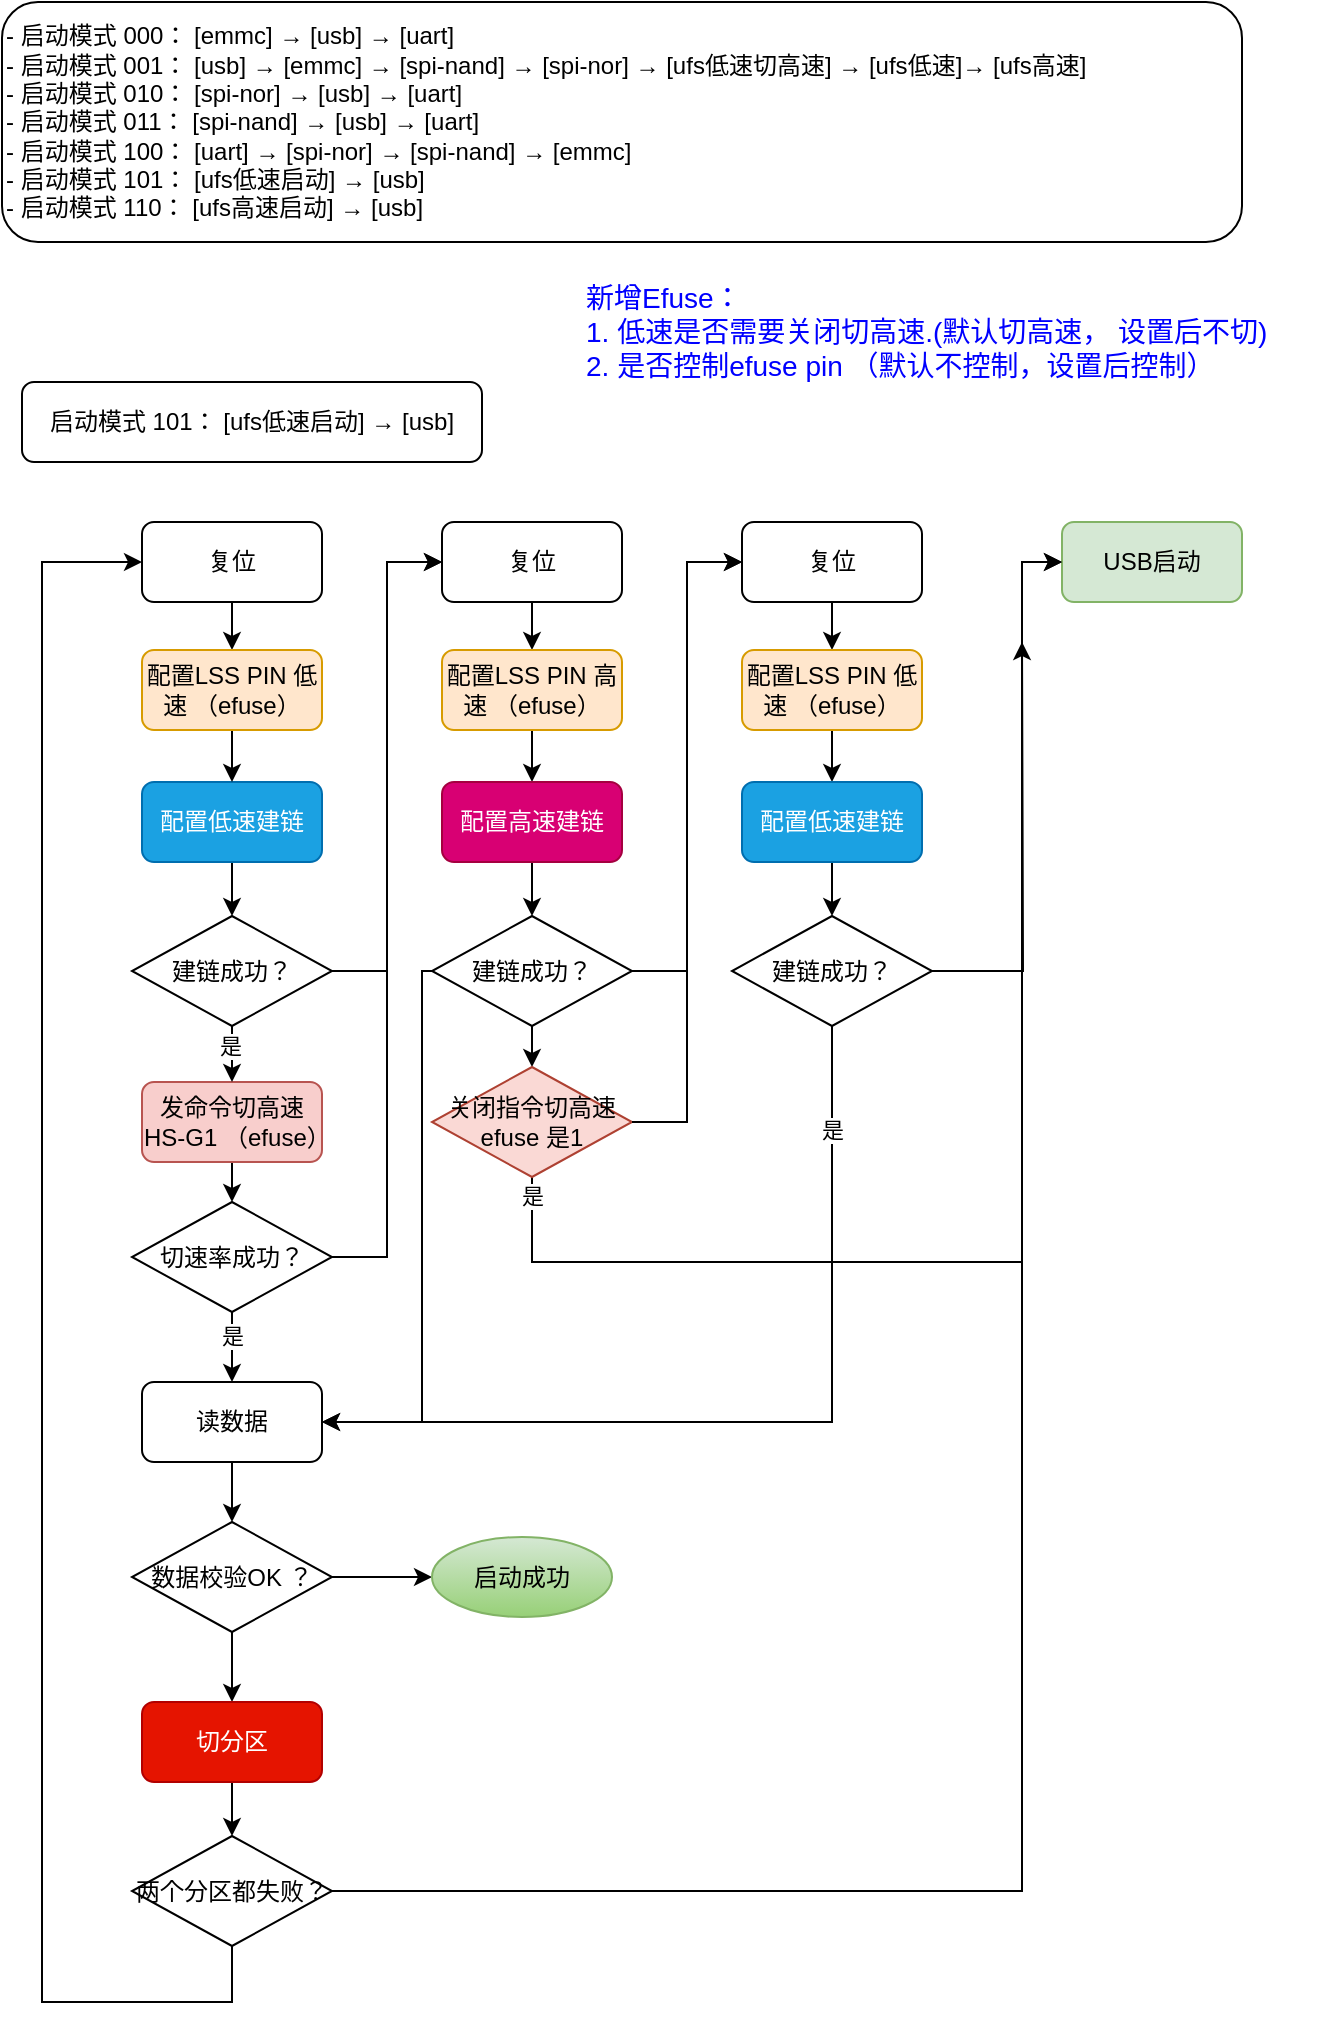
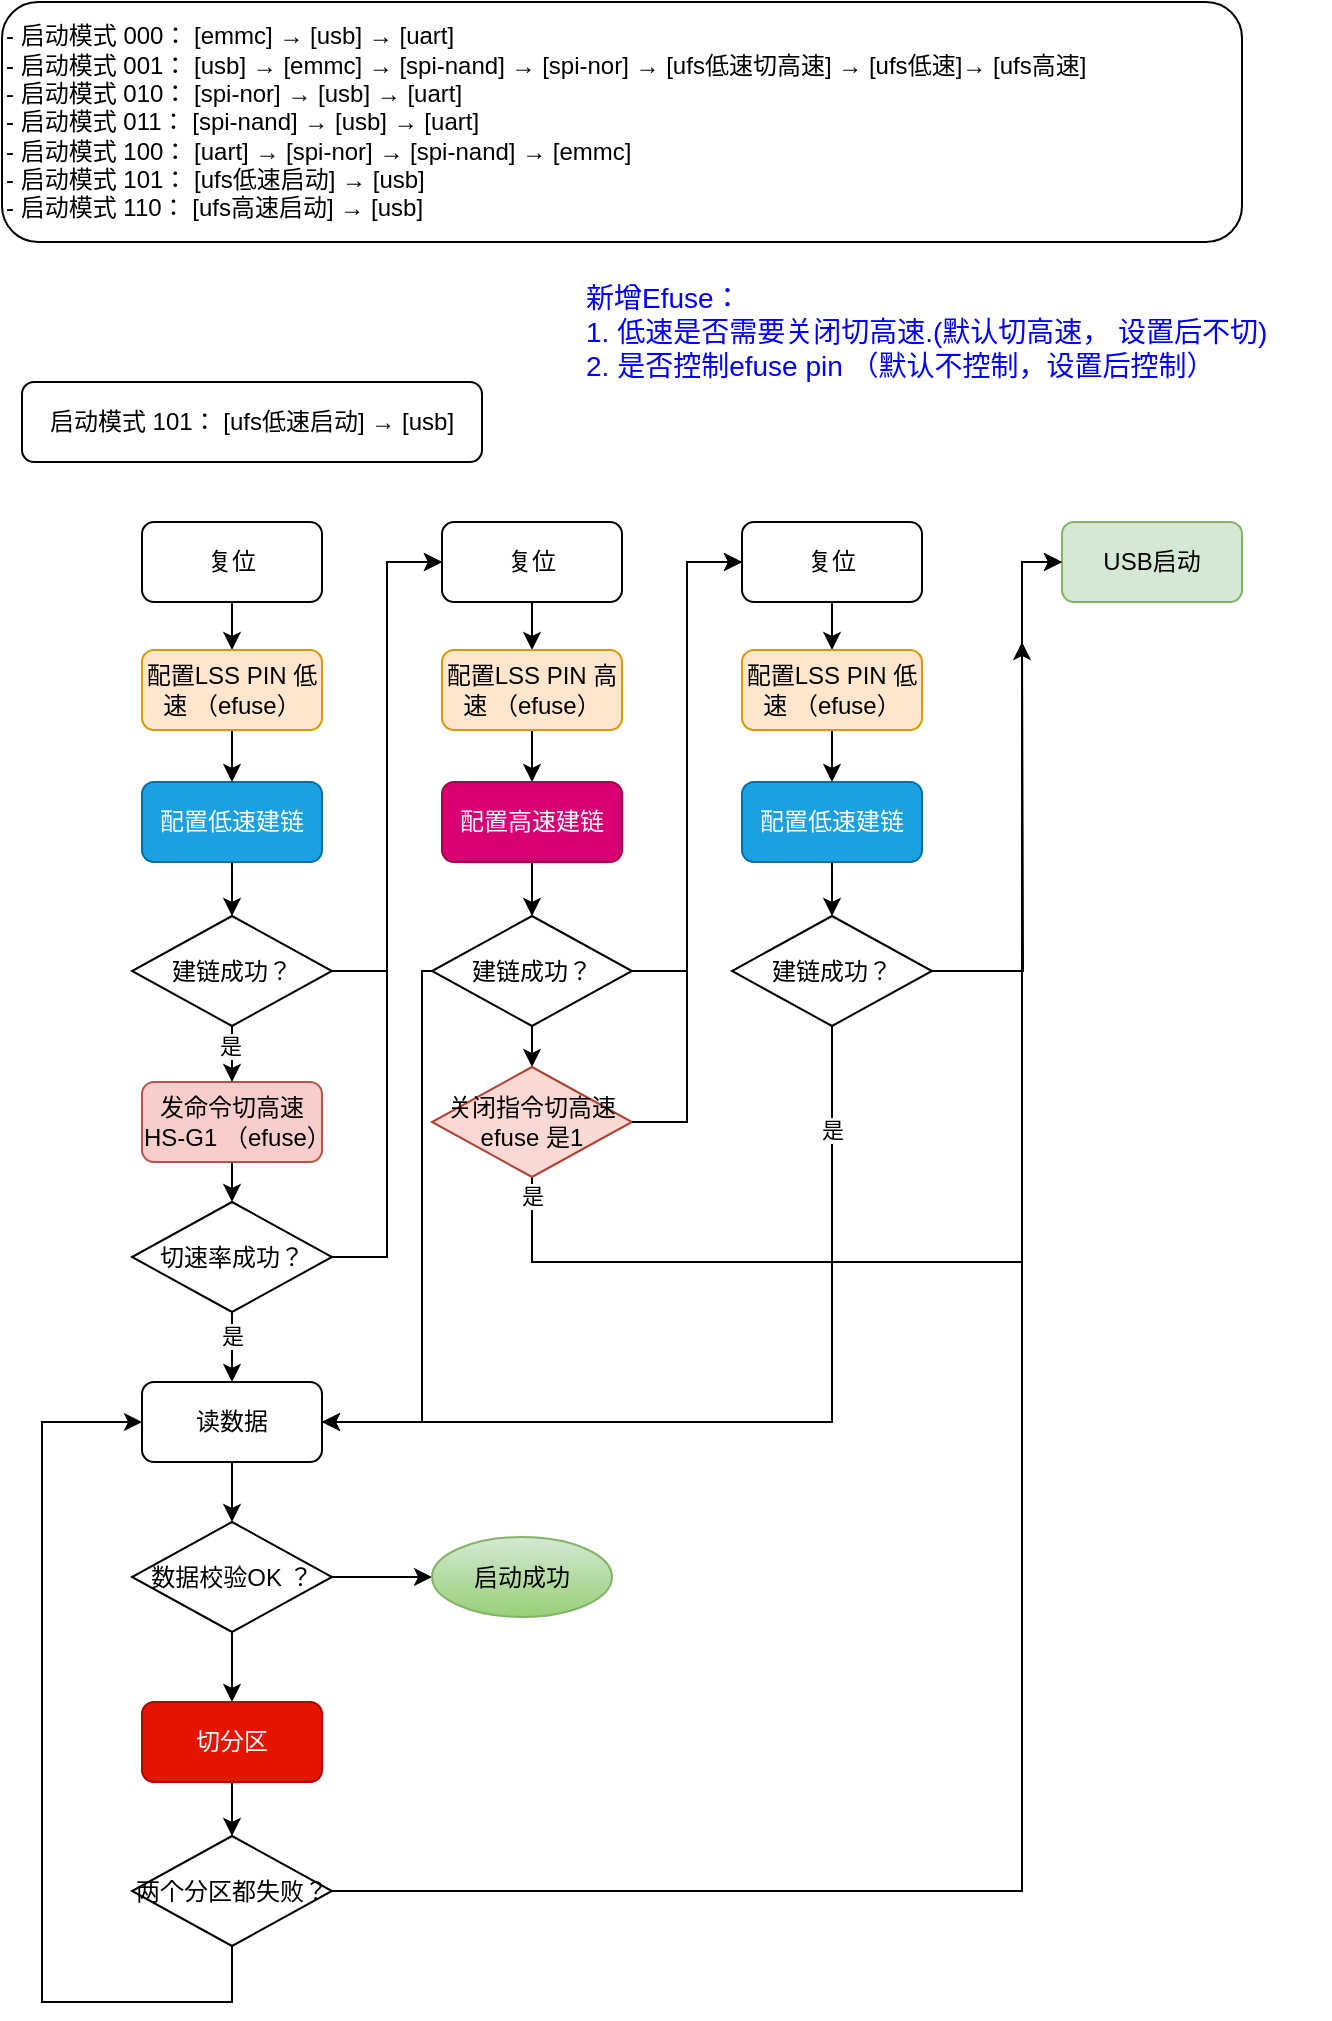
<mxfile host="app.diagrams.net" pages="3">
  <diagram name="第 1 页" id="G7MmgVwn_JN6exUAJ0xq">
-     <mxGraphModel dx="1082" dy="561" grid="1" gridSize="10" guides="1" tooltips="1" connect="1" arrows="1" fold="1" page="1" pageScale="1" pageWidth="827" pageHeight="1169" math="0" shadow="0">
+     <mxGraphModel dx="1306" dy="677" grid="1" gridSize="10" guides="1" tooltips="1" connect="1" arrows="1" fold="1" page="1" pageScale="1" pageWidth="827" pageHeight="1169" math="0" shadow="0">
      <root>
        <mxCell id="0" />
        <mxCell id="1" parent="0" />
        <mxCell id="rA-qTAb89klGYPX6EJBB-1" parent="1" style="rounded=1;whiteSpace=wrap;html=1;align=left;" value="&lt;div&gt;-&amp;nbsp;&lt;span style=&quot;background-color: transparent; color: light-dark(rgb(0, 0, 0), rgb(255, 255, 255));&quot;&gt;启动模式&amp;nbsp;&lt;/span&gt;&lt;span style=&quot;background-color: transparent; color: light-dark(rgb(0, 0, 0), rgb(255, 255, 255));&quot;&gt;000： [emmc] → [usb] → [uart]&lt;/span&gt;&lt;/div&gt;&lt;div&gt;- 启动模式 001： [usb] → [emmc] → [spi-nand] → [spi-nor]&amp;nbsp;&lt;span style=&quot;background-color: transparent; color: light-dark(rgb(0, 0, 0), rgb(255, 255, 255));&quot;&gt;→ [ufs低速切高速]&amp;nbsp;&lt;/span&gt;&lt;span style=&quot;background-color: transparent; color: light-dark(rgb(0, 0, 0), rgb(255, 255, 255));&quot;&gt;→ [ufs&lt;/span&gt;低&lt;span style=&quot;background-color: transparent; color: light-dark(rgb(0, 0, 0), rgb(255, 255, 255));&quot;&gt;速]&lt;/span&gt;&lt;span style=&quot;background-color: transparent; color: light-dark(rgb(0, 0, 0), rgb(255, 255, 255));&quot;&gt;→ [ufs高速]&lt;/span&gt;&lt;span style=&quot;background-color: transparent; color: light-dark(rgb(0, 0, 0), rgb(255, 255, 255));&quot;&gt;&amp;nbsp;&lt;/span&gt;&lt;/div&gt;&lt;div&gt;- 启动模式 010： [spi-nor] → [usb] → [uart]&lt;/div&gt;&lt;div&gt;- 启动模式 011： [spi-nand] → [usb] → [uart]&lt;/div&gt;&lt;div&gt;- 启动模式 100： [uart] → [spi-nor] → [spi-nand] → [emmc]&lt;/div&gt;&lt;div&gt;- 启动模式 101： [ufs低速启动] &lt;span style=&quot;background-color: transparent; color: light-dark(rgb(0, 0, 0), rgb(255, 255, 255));&quot;&gt;→&amp;nbsp;&lt;/span&gt;&lt;span style=&quot;background-color: transparent; color: light-dark(rgb(0, 0, 0), rgb(255, 255, 255));&quot;&gt;[usb]&lt;/span&gt;&lt;/div&gt;&lt;div&gt;- 启动模式 110：&amp;nbsp;&lt;span style=&quot;background-color: transparent; color: light-dark(rgb(0, 0, 0), rgb(255, 255, 255));&quot;&gt;[ufs高速启动]&lt;/span&gt;&lt;span style=&quot;background-color: transparent; color: light-dark(rgb(0, 0, 0), rgb(255, 255, 255));&quot;&gt; &lt;/span&gt;&lt;span style=&quot;background-color: transparent; color: light-dark(rgb(0, 0, 0), rgb(255, 255, 255));&quot;&gt;→ &lt;/span&gt;&lt;span style=&quot;background-color: transparent; color: light-dark(rgb(0, 0, 0), rgb(255, 255, 255));&quot;&gt;[usb]&lt;/span&gt;&lt;/div&gt;" vertex="1">
          <mxGeometry height="120" width="620" x="90" y="60" as="geometry" />
        </mxCell>
        <mxCell id="NB0EyB8uGB_RDp4CUSld-2" parent="1" style="text;html=1;whiteSpace=wrap;strokeColor=none;fillColor=none;align=left;verticalAlign=middle;rounded=0;fontColor=#0000FF;fontSize=14;" value="新增Efuse：&lt;div&gt;1. 低速是否需要关闭切高速.(默认切高速， 设置后不切)&lt;/div&gt;&lt;div&gt;2. 是否控制efuse pin （默认不控制，设置后控制）&lt;/div&gt;" vertex="1">
          <mxGeometry height="50" width="374" x="380" y="200" as="geometry" />
        </mxCell>
        <mxCell id="NB0EyB8uGB_RDp4CUSld-23" edge="1" parent="1" source="NB0EyB8uGB_RDp4CUSld-5" style="edgeStyle=orthogonalEdgeStyle;rounded=0;orthogonalLoop=1;jettySize=auto;html=1;exitX=0.5;exitY=1;exitDx=0;exitDy=0;entryX=0.5;entryY=0;entryDx=0;entryDy=0;" target="NB0EyB8uGB_RDp4CUSld-7">
          <mxGeometry relative="1" as="geometry" />
        </mxCell>
        <mxCell id="NB0EyB8uGB_RDp4CUSld-5" parent="1" style="rounded=1;whiteSpace=wrap;html=1;" value="复位" vertex="1">
          <mxGeometry height="40" width="90" x="160" y="320" as="geometry" />
        </mxCell>
        <mxCell id="NB0EyB8uGB_RDp4CUSld-25" edge="1" parent="1" source="NB0EyB8uGB_RDp4CUSld-6" style="edgeStyle=orthogonalEdgeStyle;rounded=0;orthogonalLoop=1;jettySize=auto;html=1;exitX=0.5;exitY=1;exitDx=0;exitDy=0;entryX=0.5;entryY=0;entryDx=0;entryDy=0;" target="NB0EyB8uGB_RDp4CUSld-9">
          <mxGeometry relative="1" as="geometry" />
        </mxCell>
        <mxCell id="NB0EyB8uGB_RDp4CUSld-6" parent="1" style="rounded=1;whiteSpace=wrap;html=1;fillColor=#1ba1e2;fontColor=#ffffff;strokeColor=#006EAF;" value="配置低速建链" vertex="1">
          <mxGeometry height="40" width="90" x="160" y="450" as="geometry" />
        </mxCell>
        <mxCell id="NB0EyB8uGB_RDp4CUSld-24" edge="1" parent="1" source="NB0EyB8uGB_RDp4CUSld-7" style="edgeStyle=orthogonalEdgeStyle;rounded=0;orthogonalLoop=1;jettySize=auto;html=1;exitX=0.5;exitY=1;exitDx=0;exitDy=0;entryX=0.5;entryY=0;entryDx=0;entryDy=0;" target="NB0EyB8uGB_RDp4CUSld-6">
          <mxGeometry relative="1" as="geometry">
            <mxPoint x="205" y="444" as="targetPoint" />
          </mxGeometry>
        </mxCell>
        <mxCell id="NB0EyB8uGB_RDp4CUSld-7" parent="1" style="rounded=1;whiteSpace=wrap;html=1;fillColor=#ffe6cc;strokeColor=#d79b00;" value="配置LSS PIN 低速 （efuse）" vertex="1">
          <mxGeometry height="40" width="90" x="160" y="384" as="geometry" />
        </mxCell>
        <mxCell id="NB0EyB8uGB_RDp4CUSld-27" edge="1" parent="1" source="NB0EyB8uGB_RDp4CUSld-8" style="edgeStyle=orthogonalEdgeStyle;rounded=0;orthogonalLoop=1;jettySize=auto;html=1;exitX=0.5;exitY=1;exitDx=0;exitDy=0;entryX=0.5;entryY=0;entryDx=0;entryDy=0;" target="NB0EyB8uGB_RDp4CUSld-17">
          <mxGeometry relative="1" as="geometry" />
        </mxCell>
        <mxCell id="NB0EyB8uGB_RDp4CUSld-8" parent="1" style="rounded=1;whiteSpace=wrap;html=1;fillColor=#f8cecc;strokeColor=#b85450;" value="发命令切高速 HS-G1 （efuse）" vertex="1">
          <mxGeometry height="40" width="90" x="160" y="600" as="geometry" />
        </mxCell>
        <mxCell id="NB0EyB8uGB_RDp4CUSld-26" edge="1" parent="1" source="NB0EyB8uGB_RDp4CUSld-9" style="edgeStyle=orthogonalEdgeStyle;rounded=0;orthogonalLoop=1;jettySize=auto;html=1;exitX=0.5;exitY=1;exitDx=0;exitDy=0;" target="NB0EyB8uGB_RDp4CUSld-8">
          <mxGeometry relative="1" as="geometry" />
        </mxCell>
        <mxCell id="KlgkcFlpm4Ags5-VuJH5-14" connectable="0" parent="NB0EyB8uGB_RDp4CUSld-26" style="edgeLabel;html=1;align=center;verticalAlign=middle;resizable=0;points=[];" value="是" vertex="1">
          <mxGeometry relative="1" x="0.2946" y="-1" as="geometry">
            <mxPoint as="offset" />
          </mxGeometry>
        </mxCell>
        <mxCell id="KlgkcFlpm4Ags5-VuJH5-1" edge="1" parent="1" source="NB0EyB8uGB_RDp4CUSld-9" style="edgeStyle=orthogonalEdgeStyle;rounded=0;orthogonalLoop=1;jettySize=auto;html=1;exitX=1;exitY=0.5;exitDx=0;exitDy=0;entryX=0;entryY=0.5;entryDx=0;entryDy=0;" target="NB0EyB8uGB_RDp4CUSld-11">
          <mxGeometry relative="1" as="geometry" />
        </mxCell>
        <mxCell id="NB0EyB8uGB_RDp4CUSld-9" parent="1" style="rhombus;whiteSpace=wrap;html=1;" value="建链成功？" vertex="1">
          <mxGeometry height="55" width="100" x="155" y="517" as="geometry" />
        </mxCell>
        <mxCell id="NB0EyB8uGB_RDp4CUSld-10" parent="1" style="rounded=1;whiteSpace=wrap;html=1;" value="&lt;span style=&quot;text-align: left;&quot;&gt;启动模式 101： [ufs低速启动] &lt;/span&gt;&lt;span style=&quot;color: light-dark(rgb(0, 0, 0), rgb(255, 255, 255)); text-align: left; background-color: transparent;&quot;&gt;→ &lt;/span&gt;&lt;span style=&quot;color: light-dark(rgb(0, 0, 0), rgb(255, 255, 255)); text-align: left; background-color: transparent;&quot;&gt;[usb]&lt;/span&gt;" vertex="1">
          <mxGeometry height="40" width="230" x="100" y="250" as="geometry" />
        </mxCell>
        <mxCell id="NB0EyB8uGB_RDp4CUSld-36" edge="1" parent="1" source="NB0EyB8uGB_RDp4CUSld-11" style="edgeStyle=orthogonalEdgeStyle;rounded=0;orthogonalLoop=1;jettySize=auto;html=1;exitX=0.5;exitY=1;exitDx=0;exitDy=0;entryX=0.5;entryY=0;entryDx=0;entryDy=0;" target="NB0EyB8uGB_RDp4CUSld-12">
          <mxGeometry relative="1" as="geometry" />
        </mxCell>
        <mxCell id="NB0EyB8uGB_RDp4CUSld-11" parent="1" style="rounded=1;whiteSpace=wrap;html=1;" value="复位" vertex="1">
          <mxGeometry height="40" width="90" x="310" y="320" as="geometry" />
        </mxCell>
        <mxCell id="NB0EyB8uGB_RDp4CUSld-37" edge="1" parent="1" source="NB0EyB8uGB_RDp4CUSld-12" style="edgeStyle=orthogonalEdgeStyle;rounded=0;orthogonalLoop=1;jettySize=auto;html=1;exitX=0.5;exitY=1;exitDx=0;exitDy=0;entryX=0.5;entryY=0;entryDx=0;entryDy=0;" target="NB0EyB8uGB_RDp4CUSld-13">
          <mxGeometry relative="1" as="geometry" />
        </mxCell>
        <mxCell id="NB0EyB8uGB_RDp4CUSld-12" parent="1" style="rounded=1;whiteSpace=wrap;html=1;fillColor=#ffe6cc;strokeColor=#d79b00;" value="配置LSS PIN 高速 （efuse）" vertex="1">
          <mxGeometry height="40" width="90" x="310" y="384" as="geometry" />
        </mxCell>
        <mxCell id="NB0EyB8uGB_RDp4CUSld-38" edge="1" parent="1" source="NB0EyB8uGB_RDp4CUSld-13" style="edgeStyle=orthogonalEdgeStyle;rounded=0;orthogonalLoop=1;jettySize=auto;html=1;exitX=0.5;exitY=1;exitDx=0;exitDy=0;entryX=0.5;entryY=0;entryDx=0;entryDy=0;" target="NB0EyB8uGB_RDp4CUSld-31">
          <mxGeometry relative="1" as="geometry" />
        </mxCell>
        <mxCell id="NB0EyB8uGB_RDp4CUSld-13" parent="1" style="rounded=1;whiteSpace=wrap;html=1;fillColor=#d80073;fontColor=#ffffff;strokeColor=#A50040;" value="配置高速建链" vertex="1">
          <mxGeometry height="40" width="90" x="310" y="450" as="geometry" />
        </mxCell>
        <mxCell id="NB0EyB8uGB_RDp4CUSld-28" edge="1" parent="1" source="NB0EyB8uGB_RDp4CUSld-17" style="edgeStyle=orthogonalEdgeStyle;rounded=0;orthogonalLoop=1;jettySize=auto;html=1;exitX=0.5;exitY=1;exitDx=0;exitDy=0;entryX=0.5;entryY=0;entryDx=0;entryDy=0;" target="NB0EyB8uGB_RDp4CUSld-18">
          <mxGeometry relative="1" as="geometry" />
        </mxCell>
        <mxCell id="KlgkcFlpm4Ags5-VuJH5-16" connectable="0" parent="NB0EyB8uGB_RDp4CUSld-28" style="edgeLabel;html=1;align=center;verticalAlign=middle;resizable=0;points=[];" value="是" vertex="1">
          <mxGeometry relative="1" x="-0.3338" as="geometry">
            <mxPoint as="offset" />
          </mxGeometry>
        </mxCell>
        <mxCell id="KlgkcFlpm4Ags5-VuJH5-2" edge="1" parent="1" source="NB0EyB8uGB_RDp4CUSld-17" style="edgeStyle=orthogonalEdgeStyle;rounded=0;orthogonalLoop=1;jettySize=auto;html=1;exitX=1;exitY=0.5;exitDx=0;exitDy=0;entryX=0;entryY=0.5;entryDx=0;entryDy=0;" target="NB0EyB8uGB_RDp4CUSld-11">
          <mxGeometry relative="1" as="geometry" />
        </mxCell>
        <mxCell id="NB0EyB8uGB_RDp4CUSld-17" parent="1" style="rhombus;whiteSpace=wrap;html=1;" value="切速率成功？" vertex="1">
          <mxGeometry height="55" width="100" x="155" y="660" as="geometry" />
        </mxCell>
        <mxCell id="NB0EyB8uGB_RDp4CUSld-29" edge="1" parent="1" source="NB0EyB8uGB_RDp4CUSld-18" style="edgeStyle=orthogonalEdgeStyle;rounded=0;orthogonalLoop=1;jettySize=auto;html=1;exitX=0.5;exitY=1;exitDx=0;exitDy=0;entryX=0.5;entryY=0;entryDx=0;entryDy=0;" target="NB0EyB8uGB_RDp4CUSld-20">
          <mxGeometry relative="1" as="geometry" />
        </mxCell>
        <mxCell id="NB0EyB8uGB_RDp4CUSld-18" parent="1" style="rounded=1;whiteSpace=wrap;html=1;" value="读数据" vertex="1">
          <mxGeometry height="40" width="90" x="160" y="750" as="geometry" />
        </mxCell>
        <mxCell id="NB0EyB8uGB_RDp4CUSld-30" edge="1" parent="1" source="NB0EyB8uGB_RDp4CUSld-20" style="edgeStyle=orthogonalEdgeStyle;rounded=0;orthogonalLoop=1;jettySize=auto;html=1;exitX=0.5;exitY=1;exitDx=0;exitDy=0;entryX=0.5;entryY=0;entryDx=0;entryDy=0;" target="NB0EyB8uGB_RDp4CUSld-21">
          <mxGeometry relative="1" as="geometry" />
        </mxCell>
        <mxCell id="Vg5q-0XLda4XJRTYY7xd-2" edge="1" parent="1" source="NB0EyB8uGB_RDp4CUSld-20" style="edgeStyle=orthogonalEdgeStyle;rounded=0;orthogonalLoop=1;jettySize=auto;html=1;exitX=1;exitY=0.5;exitDx=0;exitDy=0;entryX=0;entryY=0.5;entryDx=0;entryDy=0;" target="Vg5q-0XLda4XJRTYY7xd-1">
          <mxGeometry relative="1" as="geometry" />
        </mxCell>
        <mxCell id="NB0EyB8uGB_RDp4CUSld-20" parent="1" style="rhombus;whiteSpace=wrap;html=1;" value="数据校验OK ？" vertex="1">
          <mxGeometry height="55" width="100" x="155" y="820" as="geometry" />
        </mxCell>
-         <mxCell id="NB0EyB8uGB_RDp4CUSld-22" edge="1" parent="1" source="KlgkcFlpm4Ags5-VuJH5-11" style="edgeStyle=orthogonalEdgeStyle;rounded=0;orthogonalLoop=1;jettySize=auto;html=1;exitX=0.5;exitY=1;exitDx=0;exitDy=0;entryX=0;entryY=0.5;entryDx=0;entryDy=0;" target="NB0EyB8uGB_RDp4CUSld-5">
+         <mxCell id="NB0EyB8uGB_RDp4CUSld-22" edge="1" parent="1" source="KlgkcFlpm4Ags5-VuJH5-11" style="edgeStyle=orthogonalEdgeStyle;rounded=0;orthogonalLoop=1;jettySize=auto;html=1;exitX=0.5;exitY=1;exitDx=0;exitDy=0;entryX=0;entryY=0.5;entryDx=0;entryDy=0;" target="NB0EyB8uGB_RDp4CUSld-18">
          <mxGeometry relative="1" as="geometry">
            <Array as="points">
              <mxPoint x="205" y="1060" />
              <mxPoint x="110" y="1060" />
-               <mxPoint x="110" y="340" />
+               <mxPoint x="110" y="770" />
            </Array>
          </mxGeometry>
        </mxCell>
        <mxCell id="KlgkcFlpm4Ags5-VuJH5-12" edge="1" parent="1" source="NB0EyB8uGB_RDp4CUSld-21" style="edgeStyle=orthogonalEdgeStyle;rounded=0;orthogonalLoop=1;jettySize=auto;html=1;exitX=0.5;exitY=1;exitDx=0;exitDy=0;entryX=0.5;entryY=0;entryDx=0;entryDy=0;" target="KlgkcFlpm4Ags5-VuJH5-11">
          <mxGeometry relative="1" as="geometry" />
        </mxCell>
        <mxCell id="NB0EyB8uGB_RDp4CUSld-21" parent="1" style="rounded=1;whiteSpace=wrap;html=1;fillColor=#e51400;fontColor=#ffffff;strokeColor=#B20000;" value="切分区" vertex="1">
          <mxGeometry height="40" width="90" x="160" y="910" as="geometry" />
        </mxCell>
        <mxCell id="KlgkcFlpm4Ags5-VuJH5-8" edge="1" parent="1" source="NB0EyB8uGB_RDp4CUSld-31" style="edgeStyle=orthogonalEdgeStyle;rounded=0;orthogonalLoop=1;jettySize=auto;html=1;exitX=1;exitY=0.5;exitDx=0;exitDy=0;entryX=0;entryY=0.5;entryDx=0;entryDy=0;" target="NB0EyB8uGB_RDp4CUSld-42">
          <mxGeometry relative="1" as="geometry" />
        </mxCell>
        <mxCell id="Vg5q-0XLda4XJRTYY7xd-7" edge="1" parent="1" source="NB0EyB8uGB_RDp4CUSld-31" style="edgeStyle=orthogonalEdgeStyle;rounded=0;orthogonalLoop=1;jettySize=auto;html=1;exitX=0;exitY=0.5;exitDx=0;exitDy=0;">
          <mxGeometry relative="1" as="geometry">
            <Array as="points">
              <mxPoint x="300" y="544" />
              <mxPoint x="300" y="770" />
            </Array>
            <mxPoint x="250" y="770" as="targetPoint" />
          </mxGeometry>
        </mxCell>
        <mxCell id="Vg5q-0XLda4XJRTYY7xd-8" edge="1" parent="1" source="NB0EyB8uGB_RDp4CUSld-31" style="edgeStyle=orthogonalEdgeStyle;rounded=0;orthogonalLoop=1;jettySize=auto;html=1;exitX=0.5;exitY=1;exitDx=0;exitDy=0;entryX=0.5;entryY=0;entryDx=0;entryDy=0;" target="Vg5q-0XLda4XJRTYY7xd-3">
          <mxGeometry relative="1" as="geometry" />
        </mxCell>
        <mxCell id="NB0EyB8uGB_RDp4CUSld-31" parent="1" style="rhombus;whiteSpace=wrap;html=1;" value="建链成功？" vertex="1">
          <mxGeometry height="55" width="100" x="305" y="517" as="geometry" />
        </mxCell>
        <mxCell id="KlgkcFlpm4Ags5-VuJH5-5" edge="1" parent="1" source="NB0EyB8uGB_RDp4CUSld-42" style="edgeStyle=orthogonalEdgeStyle;rounded=0;orthogonalLoop=1;jettySize=auto;html=1;exitX=0.5;exitY=1;exitDx=0;exitDy=0;entryX=0.5;entryY=0;entryDx=0;entryDy=0;" target="NB0EyB8uGB_RDp4CUSld-43">
          <mxGeometry relative="1" as="geometry" />
        </mxCell>
        <mxCell id="NB0EyB8uGB_RDp4CUSld-42" parent="1" style="rounded=1;whiteSpace=wrap;html=1;" value="复位" vertex="1">
          <mxGeometry height="40" width="90" x="460" y="320" as="geometry" />
        </mxCell>
        <mxCell id="KlgkcFlpm4Ags5-VuJH5-6" edge="1" parent="1" source="NB0EyB8uGB_RDp4CUSld-43" style="edgeStyle=orthogonalEdgeStyle;rounded=0;orthogonalLoop=1;jettySize=auto;html=1;exitX=0.5;exitY=1;exitDx=0;exitDy=0;entryX=0.5;entryY=0;entryDx=0;entryDy=0;" target="NB0EyB8uGB_RDp4CUSld-44">
          <mxGeometry relative="1" as="geometry" />
        </mxCell>
        <mxCell id="NB0EyB8uGB_RDp4CUSld-43" parent="1" style="rounded=1;whiteSpace=wrap;html=1;fillColor=#ffe6cc;strokeColor=#d79b00;" value="配置LSS PIN 低速 （efuse）" vertex="1">
          <mxGeometry height="40" width="90" x="460" y="384" as="geometry" />
        </mxCell>
        <mxCell id="KlgkcFlpm4Ags5-VuJH5-7" edge="1" parent="1" source="NB0EyB8uGB_RDp4CUSld-44" style="edgeStyle=orthogonalEdgeStyle;rounded=0;orthogonalLoop=1;jettySize=auto;html=1;exitX=0.5;exitY=1;exitDx=0;exitDy=0;entryX=0.5;entryY=0;entryDx=0;entryDy=0;" target="NB0EyB8uGB_RDp4CUSld-45">
          <mxGeometry relative="1" as="geometry" />
        </mxCell>
        <mxCell id="NB0EyB8uGB_RDp4CUSld-44" parent="1" style="rounded=1;whiteSpace=wrap;html=1;fillColor=#1ba1e2;fontColor=#ffffff;strokeColor=#006EAF;" value="配置低速建链" vertex="1">
          <mxGeometry height="40" width="90" x="460" y="450" as="geometry" />
        </mxCell>
        <mxCell id="KlgkcFlpm4Ags5-VuJH5-4" edge="1" parent="1" source="NB0EyB8uGB_RDp4CUSld-45" style="edgeStyle=orthogonalEdgeStyle;rounded=0;orthogonalLoop=1;jettySize=auto;html=1;exitX=0.5;exitY=1;exitDx=0;exitDy=0;">
          <mxGeometry relative="1" as="geometry">
            <Array as="points">
              <mxPoint x="505" y="770" />
              <mxPoint x="250" y="770" />
            </Array>
            <mxPoint x="250" y="770" as="targetPoint" />
          </mxGeometry>
        </mxCell>
        <mxCell id="KlgkcFlpm4Ags5-VuJH5-18" connectable="0" parent="KlgkcFlpm4Ags5-VuJH5-4" style="edgeLabel;html=1;align=center;verticalAlign=middle;resizable=0;points=[];" value="是" vertex="1">
          <mxGeometry relative="1" x="-0.7697" as="geometry">
            <mxPoint as="offset" />
          </mxGeometry>
        </mxCell>
        <mxCell id="KlgkcFlpm4Ags5-VuJH5-19" edge="1" parent="1" source="NB0EyB8uGB_RDp4CUSld-45" style="edgeStyle=orthogonalEdgeStyle;rounded=0;orthogonalLoop=1;jettySize=auto;html=1;exitX=1;exitY=0.5;exitDx=0;exitDy=0;">
          <mxGeometry relative="1" as="geometry">
            <mxPoint x="600" y="380" as="targetPoint" />
          </mxGeometry>
        </mxCell>
        <mxCell id="NB0EyB8uGB_RDp4CUSld-45" parent="1" style="rhombus;whiteSpace=wrap;html=1;" value="建链成功？" vertex="1">
          <mxGeometry height="55" width="100" x="455" y="517" as="geometry" />
        </mxCell>
        <mxCell id="KlgkcFlpm4Ags5-VuJH5-9" parent="1" style="rounded=1;whiteSpace=wrap;html=1;fillColor=#d5e8d4;strokeColor=#82b366;" value="USB启动" vertex="1">
          <mxGeometry height="40" width="90" x="620" y="320" as="geometry" />
        </mxCell>
        <mxCell id="KlgkcFlpm4Ags5-VuJH5-13" edge="1" parent="1" source="KlgkcFlpm4Ags5-VuJH5-11" style="edgeStyle=orthogonalEdgeStyle;rounded=0;orthogonalLoop=1;jettySize=auto;html=1;exitX=1;exitY=0.5;exitDx=0;exitDy=0;entryX=0;entryY=0.5;entryDx=0;entryDy=0;" target="KlgkcFlpm4Ags5-VuJH5-9">
          <mxGeometry relative="1" as="geometry">
            <Array as="points">
              <mxPoint x="600" y="1005" />
              <mxPoint x="600" y="340" />
            </Array>
          </mxGeometry>
        </mxCell>
        <mxCell id="KlgkcFlpm4Ags5-VuJH5-11" parent="1" style="rhombus;whiteSpace=wrap;html=1;" value="两个分区都失败？" vertex="1">
          <mxGeometry height="55" width="100" x="155" y="977" as="geometry" />
        </mxCell>
        <mxCell id="Vg5q-0XLda4XJRTYY7xd-1" parent="1" style="ellipse;whiteSpace=wrap;html=1;fillColor=#d5e8d4;gradientColor=#97d077;strokeColor=#82b366;" value="启动成功" vertex="1">
          <mxGeometry height="40" width="90" x="305" y="827.5" as="geometry" />
        </mxCell>
        <mxCell id="Vg5q-0XLda4XJRTYY7xd-10" edge="1" parent="1" source="Vg5q-0XLda4XJRTYY7xd-3" style="edgeStyle=orthogonalEdgeStyle;rounded=0;orthogonalLoop=1;jettySize=auto;html=1;exitX=0.5;exitY=1;exitDx=0;exitDy=0;entryX=0;entryY=0.5;entryDx=0;entryDy=0;" target="KlgkcFlpm4Ags5-VuJH5-9">
          <mxGeometry relative="1" as="geometry">
            <Array as="points">
              <mxPoint x="355" y="690" />
              <mxPoint x="600" y="690" />
              <mxPoint x="600" y="340" />
            </Array>
          </mxGeometry>
        </mxCell>
        <mxCell id="Vg5q-0XLda4XJRTYY7xd-11" connectable="0" parent="Vg5q-0XLda4XJRTYY7xd-10" style="edgeLabel;html=1;align=center;verticalAlign=middle;resizable=0;points=[];" value="是" vertex="1">
          <mxGeometry relative="1" x="-0.9713" as="geometry">
            <mxPoint as="offset" />
          </mxGeometry>
        </mxCell>
        <mxCell id="Vg5q-0XLda4XJRTYY7xd-3" parent="1" style="rhombus;whiteSpace=wrap;html=1;fillColor=#fad9d5;strokeColor=#ae4132;" value="关闭指令切高速&lt;div&gt;efuse 是1&lt;/div&gt;" vertex="1">
          <mxGeometry height="55" width="100" x="305" y="592.5" as="geometry" />
        </mxCell>
        <mxCell id="Vg5q-0XLda4XJRTYY7xd-9" edge="1" parent="1" source="Vg5q-0XLda4XJRTYY7xd-3" style="edgeStyle=orthogonalEdgeStyle;rounded=0;orthogonalLoop=1;jettySize=auto;html=1;exitX=1;exitY=0.5;exitDx=0;exitDy=0;entryX=0;entryY=0.5;entryDx=0;entryDy=0;" target="NB0EyB8uGB_RDp4CUSld-42">
          <mxGeometry relative="1" as="geometry" />
        </mxCell>
      </root>
    </mxGraphModel>
  </diagram>
  <diagram id="ql6nhWf0VNW54Wtxsakh" name="第 3 页">
-     <mxGraphModel dx="1306" dy="677" grid="1" gridSize="10" guides="1" tooltips="1" connect="1" arrows="1" fold="1" page="1" pageScale="1" pageWidth="827" pageHeight="1169" math="0" shadow="0">
+     <mxGraphModel dx="902" dy="467" grid="1" gridSize="10" guides="1" tooltips="1" connect="1" arrows="1" fold="1" page="1" pageScale="1" pageWidth="827" pageHeight="1169" math="0" shadow="0">
      <root>
        <mxCell id="0" />
        <mxCell id="1" parent="0" />
        <mxCell id="Snxa9bD47oOBx4wNCC72-1" edge="1" parent="1" source="Snxa9bD47oOBx4wNCC72-2" style="edgeStyle=orthogonalEdgeStyle;rounded=0;orthogonalLoop=1;jettySize=auto;html=1;exitX=0.5;exitY=1;exitDx=0;exitDy=0;entryX=0.5;entryY=0;entryDx=0;entryDy=0;" target="Snxa9bD47oOBx4wNCC72-6">
          <mxGeometry relative="1" as="geometry" />
        </mxCell>
        <mxCell id="Snxa9bD47oOBx4wNCC72-2" parent="1" style="rounded=1;whiteSpace=wrap;html=1;" value="复位" vertex="1">
          <mxGeometry height="40" width="90" x="190" y="110" as="geometry" />
        </mxCell>
        <mxCell id="Snxa9bD47oOBx4wNCC72-3" edge="1" parent="1" source="Snxa9bD47oOBx4wNCC72-4" style="edgeStyle=orthogonalEdgeStyle;rounded=0;orthogonalLoop=1;jettySize=auto;html=1;exitX=0.5;exitY=1;exitDx=0;exitDy=0;entryX=0.5;entryY=0;entryDx=0;entryDy=0;" target="Snxa9bD47oOBx4wNCC72-23">
          <mxGeometry relative="1" as="geometry">
            <mxPoint x="235" y="307" as="targetPoint" />
          </mxGeometry>
        </mxCell>
        <mxCell id="Snxa9bD47oOBx4wNCC72-4" parent="1" style="rounded=1;whiteSpace=wrap;html=1;fillColor=#d80073;fontColor=#ffffff;strokeColor=#A50040;" value="配置高速建链" vertex="1">
          <mxGeometry height="40" width="90" x="190" y="240" as="geometry" />
        </mxCell>
        <mxCell id="Snxa9bD47oOBx4wNCC72-5" edge="1" parent="1" source="Snxa9bD47oOBx4wNCC72-6" style="edgeStyle=orthogonalEdgeStyle;rounded=0;orthogonalLoop=1;jettySize=auto;html=1;exitX=0.5;exitY=1;exitDx=0;exitDy=0;entryX=0.5;entryY=0;entryDx=0;entryDy=0;" target="Snxa9bD47oOBx4wNCC72-4">
          <mxGeometry relative="1" as="geometry">
            <mxPoint x="235" y="234" as="targetPoint" />
          </mxGeometry>
        </mxCell>
        <mxCell id="Snxa9bD47oOBx4wNCC72-6" parent="1" style="rounded=1;whiteSpace=wrap;html=1;fillColor=#ffe6cc;strokeColor=#d79b00;" value="配置LSS PIN高速 （efuse）" vertex="1">
          <mxGeometry height="40" width="90" x="190" y="174" as="geometry" />
        </mxCell>
        <mxCell id="Snxa9bD47oOBx4wNCC72-13" parent="1" style="rounded=1;whiteSpace=wrap;html=1;align=left;" value="启动模式 110： &lt;span style=&quot;color: light-dark(rgb(0, 0, 0), rgb(255, 255, 255)); background-color: transparent;&quot;&gt;[ufs高速启动]&lt;/span&gt;&lt;span style=&quot;color: light-dark(rgb(0, 0, 0), rgb(255, 255, 255)); background-color: transparent;&quot;&gt; &lt;/span&gt;&lt;span style=&quot;color: light-dark(rgb(0, 0, 0), rgb(255, 255, 255)); background-color: transparent;&quot;&gt;→ &lt;/span&gt;&lt;span style=&quot;color: light-dark(rgb(0, 0, 0), rgb(255, 255, 255)); background-color: transparent;&quot;&gt;[usb]&lt;/span&gt;" vertex="1">
-           <mxGeometry height="40" width="320" x="140" y="50" as="geometry" />
+           <mxGeometry height="40" width="450" x="185" y="30" as="geometry" />
        </mxCell>
        <mxCell id="Snxa9bD47oOBx4wNCC72-14" edge="1" parent="1" source="Snxa9bD47oOBx4wNCC72-15" style="edgeStyle=orthogonalEdgeStyle;rounded=0;orthogonalLoop=1;jettySize=auto;html=1;exitX=0.5;exitY=1;exitDx=0;exitDy=0;entryX=0.5;entryY=0;entryDx=0;entryDy=0;" target="Snxa9bD47oOBx4wNCC72-17">
          <mxGeometry relative="1" as="geometry" />
        </mxCell>
        <mxCell id="Snxa9bD47oOBx4wNCC72-15" parent="1" style="rounded=1;whiteSpace=wrap;html=1;" value="复位" vertex="1">
          <mxGeometry height="40" width="90" x="340" y="110" as="geometry" />
        </mxCell>
        <mxCell id="Snxa9bD47oOBx4wNCC72-16" edge="1" parent="1" source="Snxa9bD47oOBx4wNCC72-17" style="edgeStyle=orthogonalEdgeStyle;rounded=0;orthogonalLoop=1;jettySize=auto;html=1;exitX=0.5;exitY=1;exitDx=0;exitDy=0;entryX=0.5;entryY=0;entryDx=0;entryDy=0;" target="Snxa9bD47oOBx4wNCC72-19">
          <mxGeometry relative="1" as="geometry" />
        </mxCell>
        <mxCell id="Snxa9bD47oOBx4wNCC72-17" parent="1" style="rounded=1;whiteSpace=wrap;html=1;fillColor=#ffe6cc;strokeColor=#d79b00;" value="配置LSS PIN 低速 (efuse)" vertex="1">
          <mxGeometry height="40" width="90" x="340" y="174" as="geometry" />
        </mxCell>
        <mxCell id="Snxa9bD47oOBx4wNCC72-18" edge="1" parent="1" source="Snxa9bD47oOBx4wNCC72-19" style="edgeStyle=orthogonalEdgeStyle;rounded=0;orthogonalLoop=1;jettySize=auto;html=1;exitX=0.5;exitY=1;exitDx=0;exitDy=0;entryX=0.5;entryY=0;entryDx=0;entryDy=0;" target="Snxa9bD47oOBx4wNCC72-34">
          <mxGeometry relative="1" as="geometry" />
        </mxCell>
        <mxCell id="Snxa9bD47oOBx4wNCC72-19" parent="1" style="rounded=1;whiteSpace=wrap;html=1;fillColor=#1ba1e2;fontColor=#ffffff;strokeColor=#006EAF;" value="配置低速建链" vertex="1">
          <mxGeometry height="40" width="90" x="340" y="240" as="geometry" />
        </mxCell>
        <mxCell id="Snxa9bD47oOBx4wNCC72-20" edge="1" parent="1" source="Snxa9bD47oOBx4wNCC72-23" style="edgeStyle=orthogonalEdgeStyle;rounded=0;orthogonalLoop=1;jettySize=auto;html=1;exitX=0.5;exitY=1;exitDx=0;exitDy=0;entryX=0.5;entryY=0;entryDx=0;entryDy=0;" target="Snxa9bD47oOBx4wNCC72-25">
          <mxGeometry relative="1" as="geometry" />
        </mxCell>
        <mxCell id="Snxa9bD47oOBx4wNCC72-21" connectable="0" parent="Snxa9bD47oOBx4wNCC72-20" style="edgeLabel;html=1;align=center;verticalAlign=middle;resizable=0;points=[];" value="是" vertex="1">
          <mxGeometry relative="1" x="-0.3338" as="geometry">
            <mxPoint as="offset" />
          </mxGeometry>
        </mxCell>
        <mxCell id="Snxa9bD47oOBx4wNCC72-22" edge="1" parent="1" source="Snxa9bD47oOBx4wNCC72-23" style="edgeStyle=orthogonalEdgeStyle;rounded=0;orthogonalLoop=1;jettySize=auto;html=1;exitX=1;exitY=0.5;exitDx=0;exitDy=0;entryX=0;entryY=0.5;entryDx=0;entryDy=0;" target="Snxa9bD47oOBx4wNCC72-15">
          <mxGeometry relative="1" as="geometry" />
        </mxCell>
        <mxCell id="Snxa9bD47oOBx4wNCC72-23" parent="1" style="rhombus;whiteSpace=wrap;html=1;" value="建链成功？" vertex="1">
          <mxGeometry height="55" width="100" x="185" y="310" as="geometry" />
        </mxCell>
        <mxCell id="Snxa9bD47oOBx4wNCC72-24" edge="1" parent="1" source="Snxa9bD47oOBx4wNCC72-25" style="edgeStyle=orthogonalEdgeStyle;rounded=0;orthogonalLoop=1;jettySize=auto;html=1;exitX=0.5;exitY=1;exitDx=0;exitDy=0;entryX=0.5;entryY=0;entryDx=0;entryDy=0;" target="Snxa9bD47oOBx4wNCC72-27">
          <mxGeometry relative="1" as="geometry" />
        </mxCell>
        <mxCell id="Snxa9bD47oOBx4wNCC72-25" parent="1" style="rounded=1;whiteSpace=wrap;html=1;" value="读数据" vertex="1">
          <mxGeometry height="40" width="90" x="190" y="540" as="geometry" />
        </mxCell>
        <mxCell id="Snxa9bD47oOBx4wNCC72-26" edge="1" parent="1" source="Snxa9bD47oOBx4wNCC72-27" style="edgeStyle=orthogonalEdgeStyle;rounded=0;orthogonalLoop=1;jettySize=auto;html=1;exitX=0.5;exitY=1;exitDx=0;exitDy=0;entryX=0.5;entryY=0;entryDx=0;entryDy=0;" target="Snxa9bD47oOBx4wNCC72-30">
          <mxGeometry relative="1" as="geometry" />
        </mxCell>
        <mxCell id="Qj_6jyX3p3bSbpmFPhCt-1" connectable="0" parent="Snxa9bD47oOBx4wNCC72-26" style="edgeLabel;html=1;align=center;verticalAlign=middle;resizable=0;points=[];" value="否" vertex="1">
          <mxGeometry relative="1" x="-0.4236" y="-2" as="geometry">
            <mxPoint as="offset" />
          </mxGeometry>
        </mxCell>
        <mxCell id="Qj_6jyX3p3bSbpmFPhCt-3" edge="1" parent="1" source="Snxa9bD47oOBx4wNCC72-27" style="edgeStyle=orthogonalEdgeStyle;rounded=0;orthogonalLoop=1;jettySize=auto;html=1;exitX=1;exitY=0.5;exitDx=0;exitDy=0;" target="Qj_6jyX3p3bSbpmFPhCt-2">
          <mxGeometry relative="1" as="geometry" />
        </mxCell>
        <mxCell id="Snxa9bD47oOBx4wNCC72-27" parent="1" style="rhombus;whiteSpace=wrap;html=1;" value="数据校验OK ？" vertex="1">
          <mxGeometry height="55" width="100" x="185" y="610" as="geometry" />
        </mxCell>
-         <mxCell id="Snxa9bD47oOBx4wNCC72-28" edge="1" parent="1" source="Snxa9bD47oOBx4wNCC72-47" style="edgeStyle=orthogonalEdgeStyle;rounded=0;orthogonalLoop=1;jettySize=auto;html=1;exitX=0.5;exitY=1;exitDx=0;exitDy=0;entryX=0;entryY=0.5;entryDx=0;entryDy=0;" target="Snxa9bD47oOBx4wNCC72-2">
+         <mxCell id="Snxa9bD47oOBx4wNCC72-28" edge="1" parent="1" source="Snxa9bD47oOBx4wNCC72-47" style="edgeStyle=orthogonalEdgeStyle;rounded=0;orthogonalLoop=1;jettySize=auto;html=1;exitX=0.5;exitY=1;exitDx=0;exitDy=0;entryX=0;entryY=0.5;entryDx=0;entryDy=0;" target="Snxa9bD47oOBx4wNCC72-25">
          <mxGeometry relative="1" as="geometry">
            <Array as="points">
              <mxPoint x="235" y="850" />
              <mxPoint x="140" y="850" />
-               <mxPoint x="140" y="130" />
+               <mxPoint x="140" y="560" />
            </Array>
          </mxGeometry>
        </mxCell>
        <mxCell id="Snxa9bD47oOBx4wNCC72-29" edge="1" parent="1" source="Snxa9bD47oOBx4wNCC72-30" style="edgeStyle=orthogonalEdgeStyle;rounded=0;orthogonalLoop=1;jettySize=auto;html=1;exitX=0.5;exitY=1;exitDx=0;exitDy=0;entryX=0.5;entryY=0;entryDx=0;entryDy=0;" target="Snxa9bD47oOBx4wNCC72-47">
          <mxGeometry relative="1" as="geometry" />
        </mxCell>
        <mxCell id="Snxa9bD47oOBx4wNCC72-30" parent="1" style="rounded=1;whiteSpace=wrap;html=1;fillColor=#e51400;fontColor=#ffffff;strokeColor=#B20000;" value="切分区" vertex="1">
          <mxGeometry height="40" width="90" x="190" y="700" as="geometry" />
        </mxCell>
        <mxCell id="Snxa9bD47oOBx4wNCC72-31" edge="1" parent="1" source="kbyZZD2k67tRUDCe1sfv-1" style="edgeStyle=orthogonalEdgeStyle;rounded=0;orthogonalLoop=1;jettySize=auto;html=1;exitX=0.5;exitY=1;exitDx=0;exitDy=0;" target="kbyZZD2k67tRUDCe1sfv-4">
          <mxGeometry relative="1" as="geometry" />
        </mxCell>
-         <mxCell id="Snxa9bD47oOBx4wNCC72-33" edge="1" parent="1" source="Snxa9bD47oOBx4wNCC72-34" style="edgeStyle=orthogonalEdgeStyle;rounded=0;orthogonalLoop=1;jettySize=auto;html=1;exitX=1;exitY=0.5;exitDx=0;exitDy=0;entryX=0;entryY=0.5;entryDx=0;entryDy=0;" target="Snxa9bD47oOBx4wNCC72-36">
-           <mxGeometry relative="1" as="geometry" />
+         <mxCell id="Snxa9bD47oOBx4wNCC72-33" edge="1" parent="1" source="Snxa9bD47oOBx4wNCC72-34" style="edgeStyle=orthogonalEdgeStyle;rounded=0;orthogonalLoop=1;jettySize=auto;html=1;exitX=1;exitY=0.5;exitDx=0;exitDy=0;entryX=0;entryY=0.5;entryDx=0;entryDy=0;" target="Snxa9bD47oOBx4wNCC72-45">
+           <mxGeometry relative="1" as="geometry">
+             <Array as="points">
+               <mxPoint x="450" y="335" />
+               <mxPoint x="450" y="100" />
+               <mxPoint x="630" y="100" />
+               <mxPoint x="630" y="130" />
+             </Array>
+           </mxGeometry>
        </mxCell>
        <mxCell id="Snxa9bD47oOBx4wNCC72-34" parent="1" style="rhombus;whiteSpace=wrap;html=1;" value="建链成功？" vertex="1">
          <mxGeometry height="55" width="100" x="335" y="307" as="geometry" />
        </mxCell>
        <mxCell id="Snxa9bD47oOBx4wNCC72-35" edge="1" parent="1" source="Snxa9bD47oOBx4wNCC72-36" style="edgeStyle=orthogonalEdgeStyle;rounded=0;orthogonalLoop=1;jettySize=auto;html=1;exitX=0.5;exitY=1;exitDx=0;exitDy=0;entryX=0.5;entryY=0;entryDx=0;entryDy=0;" target="Snxa9bD47oOBx4wNCC72-38">
          <mxGeometry relative="1" as="geometry" />
        </mxCell>
        <mxCell id="Snxa9bD47oOBx4wNCC72-36" parent="1" style="rounded=1;whiteSpace=wrap;html=1;" value="复位" vertex="1">
          <mxGeometry height="40" width="90" x="490" y="110" as="geometry" />
        </mxCell>
        <mxCell id="Snxa9bD47oOBx4wNCC72-37" edge="1" parent="1" source="Snxa9bD47oOBx4wNCC72-38" style="edgeStyle=orthogonalEdgeStyle;rounded=0;orthogonalLoop=1;jettySize=auto;html=1;exitX=0.5;exitY=1;exitDx=0;exitDy=0;entryX=0.5;entryY=0;entryDx=0;entryDy=0;" target="Snxa9bD47oOBx4wNCC72-40">
          <mxGeometry relative="1" as="geometry" />
        </mxCell>
        <mxCell id="Snxa9bD47oOBx4wNCC72-38" parent="1" style="rounded=1;whiteSpace=wrap;html=1;fillColor=#ffe6cc;strokeColor=#d79b00;" value="配置LSS PIN 低速 (efuse)" vertex="1">
          <mxGeometry height="40" width="90" x="490" y="174" as="geometry" />
        </mxCell>
        <mxCell id="Snxa9bD47oOBx4wNCC72-39" edge="1" parent="1" source="Snxa9bD47oOBx4wNCC72-40" style="edgeStyle=orthogonalEdgeStyle;rounded=0;orthogonalLoop=1;jettySize=auto;html=1;exitX=0.5;exitY=1;exitDx=0;exitDy=0;entryX=0.5;entryY=0;entryDx=0;entryDy=0;" target="Snxa9bD47oOBx4wNCC72-44">
          <mxGeometry relative="1" as="geometry" />
        </mxCell>
        <mxCell id="Snxa9bD47oOBx4wNCC72-40" parent="1" style="rounded=1;whiteSpace=wrap;html=1;fillColor=#1ba1e2;fontColor=#ffffff;strokeColor=#006EAF;" value="配置低速建链" vertex="1">
          <mxGeometry height="40" width="90" x="490" y="240" as="geometry" />
        </mxCell>
        <mxCell id="Snxa9bD47oOBx4wNCC72-41" edge="1" parent="1" source="Snxa9bD47oOBx4wNCC72-44" style="edgeStyle=orthogonalEdgeStyle;rounded=0;orthogonalLoop=1;jettySize=auto;html=1;exitX=0.5;exitY=1;exitDx=0;exitDy=0;">
          <mxGeometry relative="1" as="geometry">
            <Array as="points">
              <mxPoint x="535" y="560" />
              <mxPoint x="280" y="560" />
            </Array>
            <mxPoint x="280" y="560" as="targetPoint" />
          </mxGeometry>
        </mxCell>
        <mxCell id="Snxa9bD47oOBx4wNCC72-42" connectable="0" parent="Snxa9bD47oOBx4wNCC72-41" style="edgeLabel;html=1;align=center;verticalAlign=middle;resizable=0;points=[];" value="是" vertex="1">
          <mxGeometry relative="1" x="-0.7697" as="geometry">
            <mxPoint as="offset" />
          </mxGeometry>
        </mxCell>
        <mxCell id="Snxa9bD47oOBx4wNCC72-43" edge="1" parent="1" source="Snxa9bD47oOBx4wNCC72-44" style="edgeStyle=orthogonalEdgeStyle;rounded=0;orthogonalLoop=1;jettySize=auto;html=1;exitX=1;exitY=0.5;exitDx=0;exitDy=0;">
          <mxGeometry relative="1" as="geometry">
            <mxPoint x="630" y="170" as="targetPoint" />
          </mxGeometry>
        </mxCell>
        <mxCell id="Snxa9bD47oOBx4wNCC72-44" parent="1" style="rhombus;whiteSpace=wrap;html=1;" value="建链成功？" vertex="1">
          <mxGeometry height="55" width="100" x="485" y="307" as="geometry" />
        </mxCell>
        <mxCell id="Snxa9bD47oOBx4wNCC72-45" parent="1" style="rounded=1;whiteSpace=wrap;html=1;fillColor=#d5e8d4;strokeColor=#82b366;" value="USB启动" vertex="1">
          <mxGeometry height="40" width="90" x="650" y="110" as="geometry" />
        </mxCell>
        <mxCell id="Snxa9bD47oOBx4wNCC72-46" edge="1" parent="1" source="Snxa9bD47oOBx4wNCC72-47" style="edgeStyle=orthogonalEdgeStyle;rounded=0;orthogonalLoop=1;jettySize=auto;html=1;exitX=1;exitY=0.5;exitDx=0;exitDy=0;entryX=0;entryY=0.5;entryDx=0;entryDy=0;" target="Snxa9bD47oOBx4wNCC72-45">
          <mxGeometry relative="1" as="geometry">
            <Array as="points">
              <mxPoint x="630" y="795" />
              <mxPoint x="630" y="130" />
            </Array>
          </mxGeometry>
        </mxCell>
        <mxCell id="Snxa9bD47oOBx4wNCC72-47" parent="1" style="rhombus;whiteSpace=wrap;html=1;" value="两个分区都失败？" vertex="1">
          <mxGeometry height="55" width="100" x="185" y="767" as="geometry" />
        </mxCell>
        <mxCell id="kbyZZD2k67tRUDCe1sfv-2" edge="1" parent="1" source="Snxa9bD47oOBx4wNCC72-34" style="edgeStyle=orthogonalEdgeStyle;rounded=0;orthogonalLoop=1;jettySize=auto;html=1;exitX=0.5;exitY=1;exitDx=0;exitDy=0;entryX=0.5;entryY=0;entryDx=0;entryDy=0;" target="kbyZZD2k67tRUDCe1sfv-1" value="">
          <mxGeometry relative="1" as="geometry">
            <mxPoint x="385" y="362" as="sourcePoint" />
            <mxPoint x="280" y="560" as="targetPoint" />
          </mxGeometry>
        </mxCell>
        <mxCell id="kbyZZD2k67tRUDCe1sfv-3" connectable="0" parent="kbyZZD2k67tRUDCe1sfv-2" style="edgeLabel;html=1;align=center;verticalAlign=middle;resizable=0;points=[];" value="是" vertex="1">
          <mxGeometry relative="1" x="-0.5934" y="-1" as="geometry">
            <mxPoint as="offset" />
          </mxGeometry>
        </mxCell>
        <mxCell id="kbyZZD2k67tRUDCe1sfv-1" parent="1" style="rounded=1;whiteSpace=wrap;html=1;fillColor=#f8cecc;strokeColor=#b85450;" value="发命令切高速 HS-G1" vertex="1">
          <mxGeometry height="40" width="90" x="340" y="390" as="geometry" />
        </mxCell>
        <mxCell id="kbyZZD2k67tRUDCe1sfv-6" edge="1" parent="1" source="kbyZZD2k67tRUDCe1sfv-4" style="edgeStyle=orthogonalEdgeStyle;rounded=0;orthogonalLoop=1;jettySize=auto;html=1;exitX=0.5;exitY=1;exitDx=0;exitDy=0;">
          <mxGeometry relative="1" as="geometry">
            <Array as="points">
              <mxPoint x="385" y="560" />
              <mxPoint x="280" y="560" />
            </Array>
            <mxPoint x="280" y="560" as="targetPoint" />
          </mxGeometry>
        </mxCell>
        <mxCell id="kbyZZD2k67tRUDCe1sfv-8" edge="1" parent="1" source="kbyZZD2k67tRUDCe1sfv-4" style="edgeStyle=orthogonalEdgeStyle;rounded=0;orthogonalLoop=1;jettySize=auto;html=1;exitX=1;exitY=0.5;exitDx=0;exitDy=0;entryX=0;entryY=0.5;entryDx=0;entryDy=0;" target="Snxa9bD47oOBx4wNCC72-36">
          <mxGeometry relative="1" as="geometry" />
        </mxCell>
        <mxCell id="kbyZZD2k67tRUDCe1sfv-4" parent="1" style="rhombus;whiteSpace=wrap;html=1;" value="切速率成功？" vertex="1">
          <mxGeometry height="55" width="100" x="335" y="460" as="geometry" />
        </mxCell>
        <mxCell id="Qj_6jyX3p3bSbpmFPhCt-2" parent="1" style="ellipse;whiteSpace=wrap;html=1;fillColor=#d5e8d4;gradientColor=#97d077;strokeColor=#82b366;" value="启动成功" vertex="1">
          <mxGeometry height="40" width="90" x="335" y="617.5" as="geometry" />
        </mxCell>
      </root>
    </mxGraphModel>
  </diagram>
  <diagram id="lCvtZ__jX87erlVo9mpF" name="第 2 页">
    <mxGraphModel dx="1082" dy="561" grid="1" gridSize="10" guides="1" tooltips="1" connect="1" arrows="1" fold="1" page="1" pageScale="1" pageWidth="827" pageHeight="1169" math="0" shadow="0">
      <root>
        <mxCell id="0" />
        <mxCell id="1" parent="0" />
        <mxCell id="WnOlcH9fiUK7AfTd9S8V-1" parent="1" style="text;html=1;whiteSpace=wrap;strokeColor=none;fillColor=none;align=left;verticalAlign=middle;rounded=0;fontSize=14;" value="&lt;div&gt;&lt;div&gt;- 启动模式 101： [ufs低速启动] &lt;span style=&quot;background-color: transparent; color: light-dark(rgb(0, 0, 0), rgb(255, 255, 255));&quot;&gt;→ &lt;/span&gt;&lt;span style=&quot;background-color: transparent; color: light-dark(rgb(0, 0, 0), rgb(255, 255, 255));&quot;&gt;[usb]&lt;/span&gt;&lt;/div&gt;&lt;div&gt;- 启动模式 110： &lt;span style=&quot;background-color: transparent; color: light-dark(rgb(0, 0, 0), rgb(255, 255, 255));&quot;&gt;[ufs高速启动]&lt;/span&gt;&lt;span style=&quot;background-color: transparent; color: light-dark(rgb(0, 0, 0), rgb(255, 255, 255));&quot;&gt; &lt;/span&gt;&lt;span style=&quot;background-color: transparent; color: light-dark(rgb(0, 0, 0), rgb(255, 255, 255));&quot;&gt;→ &lt;/span&gt;&lt;span style=&quot;background-color: transparent; color: light-dark(rgb(0, 0, 0), rgb(255, 255, 255));&quot;&gt;[usb]&lt;/span&gt;&lt;/div&gt;&lt;/div&gt;异常情况汇总：" vertex="1">
          <mxGeometry height="50" width="360" x="40" y="250" as="geometry" />
        </mxCell>
        <mxCell id="WnOlcH9fiUK7AfTd9S8V-2" parent="1" style="shape=table;startSize=0;container=1;collapsible=0;childLayout=tableLayout;fontSize=14;align=left;" value="" vertex="1">
          <mxGeometry height="240" width="730" x="40" y="320" as="geometry" />
        </mxCell>
        <mxCell id="-yYV-AWoShLVFezPO-Gk-6" parent="WnOlcH9fiUK7AfTd9S8V-2" style="shape=tableRow;horizontal=0;startSize=0;swimlaneHead=0;swimlaneBody=0;strokeColor=inherit;top=0;left=0;bottom=0;right=0;collapsible=0;dropTarget=0;fillColor=none;points=[[0,0.5],[1,0.5]];portConstraint=eastwest;fontSize=14;align=left;" value="" vertex="1">
          <mxGeometry height="40" width="730" as="geometry" />
        </mxCell>
        <mxCell id="-yYV-AWoShLVFezPO-Gk-7" parent="-yYV-AWoShLVFezPO-Gk-6" style="shape=partialRectangle;html=1;whiteSpace=wrap;connectable=0;strokeColor=inherit;overflow=hidden;fillColor=none;top=0;left=0;bottom=0;right=0;pointerEvents=1;fontSize=14;align=left;" value="case" vertex="1">
          <mxGeometry height="40" width="32" as="geometry">
            <mxRectangle height="40" width="32" as="alternateBounds" />
          </mxGeometry>
        </mxCell>
        <mxCell id="-yYV-AWoShLVFezPO-Gk-8" parent="-yYV-AWoShLVFezPO-Gk-6" style="shape=partialRectangle;html=1;whiteSpace=wrap;connectable=0;strokeColor=inherit;overflow=hidden;fillColor=none;top=0;left=0;bottom=0;right=0;pointerEvents=1;fontSize=14;align=left;" value="启动情况" vertex="1">
          <mxGeometry height="40" width="288" x="32" as="geometry">
            <mxRectangle height="40" width="288" as="alternateBounds" />
          </mxGeometry>
        </mxCell>
        <mxCell id="-yYV-AWoShLVFezPO-Gk-9" parent="-yYV-AWoShLVFezPO-Gk-6" style="shape=partialRectangle;html=1;whiteSpace=wrap;connectable=0;strokeColor=inherit;overflow=hidden;fillColor=none;top=0;left=0;bottom=0;right=0;pointerEvents=1;fontSize=14;align=left;" value="建链结果" vertex="1">
          <mxGeometry height="40" width="410" x="320" as="geometry">
            <mxRectangle height="40" width="410" as="alternateBounds" />
          </mxGeometry>
        </mxCell>
        <mxCell id="-yYV-AWoShLVFezPO-Gk-2" parent="WnOlcH9fiUK7AfTd9S8V-2" style="shape=tableRow;horizontal=0;startSize=0;swimlaneHead=0;swimlaneBody=0;strokeColor=inherit;top=0;left=0;bottom=0;right=0;collapsible=0;dropTarget=0;fillColor=none;points=[[0,0.5],[1,0.5]];portConstraint=eastwest;fontSize=14;align=left;" value="" vertex="1">
          <mxGeometry height="40" width="730" y="40" as="geometry" />
        </mxCell>
        <mxCell id="-yYV-AWoShLVFezPO-Gk-3" parent="-yYV-AWoShLVFezPO-Gk-2" style="shape=partialRectangle;html=1;whiteSpace=wrap;connectable=0;strokeColor=inherit;overflow=hidden;fillColor=none;top=0;left=0;bottom=0;right=0;pointerEvents=1;fontSize=14;align=left;" value="1" vertex="1">
          <mxGeometry height="40" width="32" as="geometry">
            <mxRectangle height="40" width="32" as="alternateBounds" />
          </mxGeometry>
        </mxCell>
        <mxCell id="-yYV-AWoShLVFezPO-Gk-4" parent="-yYV-AWoShLVFezPO-Gk-2" style="shape=partialRectangle;html=1;whiteSpace=wrap;connectable=0;strokeColor=inherit;overflow=hidden;fillColor=none;top=0;left=0;bottom=0;right=0;pointerEvents=1;fontSize=14;align=left;" value="bootrom 配置低速启动，但是颗粒硬件设置高速启动，高速成功" vertex="1">
          <mxGeometry height="40" width="288" x="32" as="geometry">
            <mxRectangle height="40" width="288" as="alternateBounds" />
          </mxGeometry>
        </mxCell>
-         <mxCell id="-yYV-AWoShLVFezPO-Gk-5" parent="-yYV-AWoShLVFezPO-Gk-2" style="shape=partialRectangle;html=1;whiteSpace=wrap;connectable=0;strokeColor=inherit;overflow=hidden;fillColor=none;top=0;left=0;bottom=0;right=0;pointerEvents=1;fontSize=14;align=left;" value="bootrom先低速建链失败 --&amp;gt; 高速建链成功" vertex="1">
+         <mxCell id="-yYV-AWoShLVFezPO-Gk-5" parent="-yYV-AWoShLVFezPO-Gk-2" style="shape=partialRectangle;html=1;whiteSpace=wrap;connectable=0;strokeColor=inherit;overflow=hidden;fillColor=none;top=0;left=0;bottom=0;right=0;pointerEvents=1;fontSize=14;align=left;" value="bootrom先低速建链失败 --&amp;gt; &lt;font style=&quot;color: rgb(0, 0, 255);&quot;&gt;高速&lt;/font&gt;建链成功" vertex="1">
          <mxGeometry height="40" width="410" x="320" as="geometry">
            <mxRectangle height="40" width="410" as="alternateBounds" />
          </mxGeometry>
        </mxCell>
        <mxCell id="-yYV-AWoShLVFezPO-Gk-10" parent="WnOlcH9fiUK7AfTd9S8V-2" style="shape=tableRow;horizontal=0;startSize=0;swimlaneHead=0;swimlaneBody=0;strokeColor=inherit;top=0;left=0;bottom=0;right=0;collapsible=0;dropTarget=0;fillColor=none;points=[[0,0.5],[1,0.5]];portConstraint=eastwest;fontSize=14;align=left;" value="" vertex="1">
          <mxGeometry height="40" width="730" y="80" as="geometry" />
        </mxCell>
        <mxCell id="-yYV-AWoShLVFezPO-Gk-11" parent="-yYV-AWoShLVFezPO-Gk-10" style="shape=partialRectangle;html=1;whiteSpace=wrap;connectable=0;strokeColor=inherit;overflow=hidden;fillColor=none;top=0;left=0;bottom=0;right=0;pointerEvents=1;fontSize=14;align=left;" value="2" vertex="1">
          <mxGeometry height="40" width="32" as="geometry">
            <mxRectangle height="40" width="32" as="alternateBounds" />
          </mxGeometry>
        </mxCell>
        <mxCell id="-yYV-AWoShLVFezPO-Gk-12" parent="-yYV-AWoShLVFezPO-Gk-10" style="shape=partialRectangle;html=1;whiteSpace=wrap;connectable=0;strokeColor=inherit;overflow=hidden;fillColor=none;top=0;left=0;bottom=0;right=0;pointerEvents=1;fontSize=14;align=left;" value="bootrom 配置高速启动，但是颗粒硬件设置底速启动，低速切高速成功" vertex="1">
          <mxGeometry height="40" width="288" x="32" as="geometry">
            <mxRectangle height="40" width="288" as="alternateBounds" />
          </mxGeometry>
        </mxCell>
-         <mxCell id="-yYV-AWoShLVFezPO-Gk-13" parent="-yYV-AWoShLVFezPO-Gk-10" style="shape=partialRectangle;html=1;whiteSpace=wrap;connectable=0;strokeColor=inherit;overflow=hidden;fillColor=none;top=0;left=0;bottom=0;right=0;pointerEvents=1;fontSize=14;align=left;" value="bootrom先高速建链失败 --&amp;gt; 低速建链成功并切高速" vertex="1">
+         <mxCell id="-yYV-AWoShLVFezPO-Gk-13" parent="-yYV-AWoShLVFezPO-Gk-10" style="shape=partialRectangle;html=1;whiteSpace=wrap;connectable=0;strokeColor=inherit;overflow=hidden;fillColor=none;top=0;left=0;bottom=0;right=0;pointerEvents=1;fontSize=14;align=left;" value="bootrom先高速建链失败 --&amp;gt; 低速建链成功并切&lt;font style=&quot;color: rgb(0, 0, 255);&quot;&gt;高速&lt;/font&gt;" vertex="1">
          <mxGeometry height="40" width="410" x="320" as="geometry">
            <mxRectangle height="40" width="410" as="alternateBounds" />
          </mxGeometry>
        </mxCell>
        <mxCell id="WnOlcH9fiUK7AfTd9S8V-3" parent="WnOlcH9fiUK7AfTd9S8V-2" style="shape=tableRow;horizontal=0;startSize=0;swimlaneHead=0;swimlaneBody=0;strokeColor=inherit;top=0;left=0;bottom=0;right=0;collapsible=0;dropTarget=0;fillColor=none;points=[[0,0.5],[1,0.5]];portConstraint=eastwest;fontSize=14;align=left;" value="" vertex="1">
          <mxGeometry height="40" width="730" y="120" as="geometry" />
        </mxCell>
        <mxCell id="WnOlcH9fiUK7AfTd9S8V-4" parent="WnOlcH9fiUK7AfTd9S8V-3" style="shape=partialRectangle;html=1;whiteSpace=wrap;connectable=0;strokeColor=inherit;overflow=hidden;fillColor=none;top=0;left=0;bottom=0;right=0;pointerEvents=1;fontSize=14;align=left;" value="3" vertex="1">
          <mxGeometry height="40" width="32" as="geometry">
            <mxRectangle height="40" width="32" as="alternateBounds" />
          </mxGeometry>
        </mxCell>
        <mxCell id="WnOlcH9fiUK7AfTd9S8V-5" parent="WnOlcH9fiUK7AfTd9S8V-3" style="shape=partialRectangle;html=1;whiteSpace=wrap;connectable=0;strokeColor=inherit;overflow=hidden;fillColor=none;top=0;left=0;bottom=0;right=0;pointerEvents=1;fontSize=14;align=left;" value="bootrom 配置低速启动，颗粒也是低速，切速率成功" vertex="1">
          <mxGeometry height="40" width="288" x="32" as="geometry">
            <mxRectangle height="40" width="288" as="alternateBounds" />
          </mxGeometry>
        </mxCell>
-         <mxCell id="WnOlcH9fiUK7AfTd9S8V-6" parent="WnOlcH9fiUK7AfTd9S8V-3" style="shape=partialRectangle;html=1;whiteSpace=wrap;connectable=0;strokeColor=inherit;overflow=hidden;fillColor=none;top=0;left=0;bottom=0;right=0;pointerEvents=1;fontSize=14;align=left;" value="bootrom低速建链切高速" vertex="1">
+         <mxCell id="WnOlcH9fiUK7AfTd9S8V-6" parent="WnOlcH9fiUK7AfTd9S8V-3" style="shape=partialRectangle;html=1;whiteSpace=wrap;connectable=0;strokeColor=inherit;overflow=hidden;fillColor=none;top=0;left=0;bottom=0;right=0;pointerEvents=1;fontSize=14;align=left;" value="bootrom低速建链切&lt;font style=&quot;color: rgb(0, 0, 255);&quot;&gt;高速&lt;/font&gt;" vertex="1">
          <mxGeometry height="40" width="410" x="320" as="geometry">
            <mxRectangle height="40" width="410" as="alternateBounds" />
          </mxGeometry>
        </mxCell>
        <mxCell id="WnOlcH9fiUK7AfTd9S8V-7" parent="WnOlcH9fiUK7AfTd9S8V-2" style="shape=tableRow;horizontal=0;startSize=0;swimlaneHead=0;swimlaneBody=0;strokeColor=inherit;top=0;left=0;bottom=0;right=0;collapsible=0;dropTarget=0;fillColor=none;points=[[0,0.5],[1,0.5]];portConstraint=eastwest;fontSize=14;align=left;" value="" vertex="1">
          <mxGeometry height="40" width="730" y="160" as="geometry" />
        </mxCell>
        <mxCell id="WnOlcH9fiUK7AfTd9S8V-8" parent="WnOlcH9fiUK7AfTd9S8V-7" style="shape=partialRectangle;html=1;whiteSpace=wrap;connectable=0;strokeColor=inherit;overflow=hidden;fillColor=none;top=0;left=0;bottom=0;right=0;pointerEvents=1;fontSize=14;align=left;" value="4" vertex="1">
          <mxGeometry height="40" width="32" as="geometry">
            <mxRectangle height="40" width="32" as="alternateBounds" />
          </mxGeometry>
        </mxCell>
        <mxCell id="WnOlcH9fiUK7AfTd9S8V-9" parent="WnOlcH9fiUK7AfTd9S8V-7" style="shape=partialRectangle;html=1;whiteSpace=wrap;connectable=0;strokeColor=inherit;overflow=hidden;fillColor=none;top=0;left=0;bottom=0;right=0;pointerEvents=1;fontSize=14;align=left;" value="bootrom 配置高速启动，颗粒也是高速，高速成功" vertex="1">
          <mxGeometry height="40" width="288" x="32" as="geometry">
            <mxRectangle height="40" width="288" as="alternateBounds" />
          </mxGeometry>
        </mxCell>
-         <mxCell id="WnOlcH9fiUK7AfTd9S8V-10" parent="WnOlcH9fiUK7AfTd9S8V-7" style="shape=partialRectangle;html=1;whiteSpace=wrap;connectable=0;strokeColor=inherit;overflow=hidden;fillColor=none;top=0;left=0;bottom=0;right=0;pointerEvents=1;fontSize=14;align=left;" value="bootrom高速建链" vertex="1">
+         <mxCell id="WnOlcH9fiUK7AfTd9S8V-10" parent="WnOlcH9fiUK7AfTd9S8V-7" style="shape=partialRectangle;html=1;whiteSpace=wrap;connectable=0;strokeColor=inherit;overflow=hidden;fillColor=none;top=0;left=0;bottom=0;right=0;pointerEvents=1;fontSize=14;align=left;" value="bootrom&lt;font style=&quot;color: rgb(0, 0, 255);&quot;&gt;高速&lt;/font&gt;建链" vertex="1">
          <mxGeometry height="40" width="410" x="320" as="geometry">
            <mxRectangle height="40" width="410" as="alternateBounds" />
          </mxGeometry>
        </mxCell>
        <mxCell id="WnOlcH9fiUK7AfTd9S8V-11" parent="WnOlcH9fiUK7AfTd9S8V-2" style="shape=tableRow;horizontal=0;startSize=0;swimlaneHead=0;swimlaneBody=0;strokeColor=inherit;top=0;left=0;bottom=0;right=0;collapsible=0;dropTarget=0;fillColor=none;points=[[0,0.5],[1,0.5]];portConstraint=eastwest;fontSize=14;align=left;" value="" vertex="1">
          <mxGeometry height="40" width="730" y="200" as="geometry" />
        </mxCell>
        <mxCell id="WnOlcH9fiUK7AfTd9S8V-12" parent="WnOlcH9fiUK7AfTd9S8V-11" style="shape=partialRectangle;html=1;whiteSpace=wrap;connectable=0;strokeColor=inherit;overflow=hidden;fillColor=none;top=0;left=0;bottom=0;right=0;pointerEvents=1;fontSize=14;align=left;" value="5" vertex="1">
          <mxGeometry height="40" width="32" as="geometry">
            <mxRectangle height="40" width="32" as="alternateBounds" />
          </mxGeometry>
        </mxCell>
        <mxCell id="WnOlcH9fiUK7AfTd9S8V-13" parent="WnOlcH9fiUK7AfTd9S8V-11" style="shape=partialRectangle;html=1;whiteSpace=wrap;connectable=0;strokeColor=inherit;overflow=hidden;fillColor=none;top=0;left=0;bottom=0;right=0;pointerEvents=1;fontSize=14;align=left;" value="bootrom 配置低速启动，颗粒也是低速，切速率失败，不切速率成功" vertex="1">
          <mxGeometry height="40" width="288" x="32" as="geometry">
            <mxRectangle height="40" width="288" as="alternateBounds" />
          </mxGeometry>
        </mxCell>
-         <mxCell id="WnOlcH9fiUK7AfTd9S8V-14" parent="WnOlcH9fiUK7AfTd9S8V-11" style="shape=partialRectangle;html=1;whiteSpace=wrap;connectable=0;strokeColor=inherit;overflow=hidden;fillColor=none;top=0;left=0;bottom=0;right=0;pointerEvents=1;fontSize=14;align=left;" value="bootrom低速建链切高速失败 --&amp;gt; bootrom 高速建链失败 ---&amp;gt; bootrom 低速建链成功(不切高速)" vertex="1">
+         <mxCell id="WnOlcH9fiUK7AfTd9S8V-14" parent="WnOlcH9fiUK7AfTd9S8V-11" style="shape=partialRectangle;html=1;whiteSpace=wrap;connectable=0;strokeColor=inherit;overflow=hidden;fillColor=none;top=0;left=0;bottom=0;right=0;pointerEvents=1;fontSize=14;align=left;" value="bootrom低速建链切高速失败 --&amp;gt; bootrom 高速建链失败 ---&amp;gt; bootrom &lt;font style=&quot;color: rgb(255, 51, 255);&quot;&gt;低速&lt;/font&gt;建链成功(不切高速)" vertex="1">
          <mxGeometry height="40" width="410" x="320" as="geometry">
            <mxRectangle height="40" width="410" as="alternateBounds" />
          </mxGeometry>
        </mxCell>
        <mxCell id="PYW4Q93ZiJ2KnNfdN5cH-39" parent="1" style="shape=tableRow;horizontal=0;startSize=0;swimlaneHead=0;swimlaneBody=0;strokeColor=inherit;top=0;left=0;bottom=0;right=0;collapsible=0;dropTarget=0;fillColor=none;points=[[0,0.5],[1,0.5]];portConstraint=eastwest;fontSize=14;align=left;" value="" vertex="1">
          <mxGeometry height="40" width="730" x="40" y="560" as="geometry" />
        </mxCell>
        <mxCell id="PYW4Q93ZiJ2KnNfdN5cH-63" parent="1" style="shape=table;startSize=0;container=1;collapsible=0;childLayout=tableLayout;fontSize=14;align=left;" value="" vertex="1">
-           <mxGeometry height="240" width="730" x="40" y="560" as="geometry" />
+           <mxGeometry height="260" width="730" x="40" y="560" as="geometry" />
        </mxCell>
        <mxCell id="PYW4Q93ZiJ2KnNfdN5cH-64" parent="PYW4Q93ZiJ2KnNfdN5cH-63" style="shape=tableRow;horizontal=0;startSize=0;swimlaneHead=0;swimlaneBody=0;strokeColor=inherit;top=0;left=0;bottom=0;right=0;collapsible=0;dropTarget=0;fillColor=none;points=[[0,0.5],[1,0.5]];portConstraint=eastwest;fontSize=14;align=left;" value="" vertex="1">
          <mxGeometry height="40" width="730" as="geometry" />
        </mxCell>
        <mxCell id="PYW4Q93ZiJ2KnNfdN5cH-65" parent="PYW4Q93ZiJ2KnNfdN5cH-64" style="shape=partialRectangle;html=1;whiteSpace=wrap;connectable=0;strokeColor=inherit;overflow=hidden;fillColor=none;top=0;left=0;bottom=0;right=0;pointerEvents=1;fontSize=14;align=left;" value="6" vertex="1">
          <mxGeometry height="40" width="32" as="geometry">
            <mxRectangle height="40" width="32" as="alternateBounds" />
          </mxGeometry>
        </mxCell>
        <mxCell id="PYW4Q93ZiJ2KnNfdN5cH-66" parent="PYW4Q93ZiJ2KnNfdN5cH-64" style="shape=partialRectangle;html=1;whiteSpace=wrap;connectable=0;strokeColor=inherit;overflow=hidden;fillColor=none;top=0;left=0;bottom=0;right=0;pointerEvents=1;fontSize=14;align=left;" value="bootrom 配置高速启动，颗粒是低速，低速切高速失败" vertex="1">
          <mxGeometry height="40" width="288" x="32" as="geometry">
            <mxRectangle height="40" width="288" as="alternateBounds" />
          </mxGeometry>
        </mxCell>
-         <mxCell id="PYW4Q93ZiJ2KnNfdN5cH-67" parent="PYW4Q93ZiJ2KnNfdN5cH-64" style="shape=partialRectangle;html=1;whiteSpace=wrap;connectable=0;strokeColor=inherit;overflow=hidden;fillColor=none;top=0;left=0;bottom=0;right=0;pointerEvents=1;fontSize=14;align=left;" value="bootrom高速建链失败 --&amp;gt; bootrom 低速建链切高速失败 ---&amp;gt; bootrom 低速建链成功(不切高速)" vertex="1">
+         <mxCell id="PYW4Q93ZiJ2KnNfdN5cH-67" parent="PYW4Q93ZiJ2KnNfdN5cH-64" style="shape=partialRectangle;html=1;whiteSpace=wrap;connectable=0;strokeColor=inherit;overflow=hidden;fillColor=none;top=0;left=0;bottom=0;right=0;pointerEvents=1;fontSize=14;align=left;" value="bootrom高速建链失败 --&amp;gt; bootrom 低速建链切高速失败 ---&amp;gt; bootrom &lt;font style=&quot;color: rgb(255, 51, 255);&quot;&gt;低速&lt;/font&gt;建链成功(不切高速)" vertex="1">
          <mxGeometry height="40" width="410" x="320" as="geometry">
            <mxRectangle height="40" width="410" as="alternateBounds" />
          </mxGeometry>
        </mxCell>
        <mxCell id="PYW4Q93ZiJ2KnNfdN5cH-68" parent="PYW4Q93ZiJ2KnNfdN5cH-63" style="shape=tableRow;horizontal=0;startSize=0;swimlaneHead=0;swimlaneBody=0;strokeColor=inherit;top=0;left=0;bottom=0;right=0;collapsible=0;dropTarget=0;fillColor=none;points=[[0,0.5],[1,0.5]];portConstraint=eastwest;fontSize=14;align=left;" value="" vertex="1">
-           <mxGeometry height="40" width="730" y="40" as="geometry" />
+           <mxGeometry height="60" width="730" y="40" as="geometry" />
        </mxCell>
        <mxCell id="PYW4Q93ZiJ2KnNfdN5cH-69" parent="PYW4Q93ZiJ2KnNfdN5cH-68" style="shape=partialRectangle;html=1;whiteSpace=wrap;connectable=0;strokeColor=inherit;overflow=hidden;fillColor=none;top=0;left=0;bottom=0;right=0;pointerEvents=1;fontSize=14;align=left;" value="7" vertex="1">
-           <mxGeometry height="40" width="32" as="geometry">
-             <mxRectangle height="40" width="32" as="alternateBounds" />
+           <mxGeometry height="60" width="32" as="geometry">
+             <mxRectangle height="60" width="32" as="alternateBounds" />
          </mxGeometry>
        </mxCell>
        <mxCell id="PYW4Q93ZiJ2KnNfdN5cH-70" parent="PYW4Q93ZiJ2KnNfdN5cH-68" style="shape=partialRectangle;html=1;whiteSpace=wrap;connectable=0;strokeColor=inherit;overflow=hidden;fillColor=none;top=0;left=0;bottom=0;right=0;pointerEvents=1;fontSize=14;align=left;" value="bootrom配置高速启动，颗粒也是高速，但是高速建链失败" vertex="1">
-           <mxGeometry height="40" width="288" x="32" as="geometry">
-             <mxRectangle height="40" width="288" as="alternateBounds" />
-           </mxGeometry>
-         </mxCell>
-         <mxCell id="PYW4Q93ZiJ2KnNfdN5cH-71" parent="PYW4Q93ZiJ2KnNfdN5cH-68" style="shape=partialRectangle;html=1;whiteSpace=wrap;connectable=0;strokeColor=inherit;overflow=hidden;fillColor=none;top=0;left=0;bottom=0;right=0;pointerEvents=1;fontSize=14;align=left;" value="bootrom高速建链失败 --&amp;gt; bootrom 低速建链切高速失败 ---&amp;gt; bootrom 低速建链失败 &lt;font style=&quot;color: rgb(255, 51, 51);&quot;&gt;（需要改颗粒硬件PIN配置低速）&lt;/font&gt;" vertex="1">
-           <mxGeometry height="40" width="410" x="320" as="geometry">
-             <mxRectangle height="40" width="410" as="alternateBounds" />
+           <mxGeometry height="60" width="288" x="32" as="geometry">
+             <mxRectangle height="60" width="288" as="alternateBounds" />
+           </mxGeometry>
+         </mxCell>
+         <mxCell id="PYW4Q93ZiJ2KnNfdN5cH-71" parent="PYW4Q93ZiJ2KnNfdN5cH-68" style="shape=partialRectangle;html=1;whiteSpace=wrap;connectable=0;strokeColor=inherit;overflow=hidden;fillColor=none;top=0;left=0;bottom=0;right=0;pointerEvents=1;fontSize=14;align=left;" value="bootrom高速建链失败 --&amp;gt; bootrom 低速建链切高速失败 ---&amp;gt; bootrom 低速建链失败 &lt;font style=&quot;color: rgb(255, 51, 51);&quot;&gt;（需要改颗粒硬件PIN配置低速 或者使能LSS efuse 控制）&lt;/font&gt;" vertex="1">
+           <mxGeometry height="60" width="410" x="320" as="geometry">
+             <mxRectangle height="60" width="410" as="alternateBounds" />
          </mxGeometry>
        </mxCell>
        <mxCell id="PYW4Q93ZiJ2KnNfdN5cH-72" parent="PYW4Q93ZiJ2KnNfdN5cH-63" style="shape=tableRow;horizontal=0;startSize=0;swimlaneHead=0;swimlaneBody=0;strokeColor=inherit;top=0;left=0;bottom=0;right=0;collapsible=0;dropTarget=0;fillColor=none;points=[[0,0.5],[1,0.5]];portConstraint=eastwest;fontSize=14;align=left;" value="" vertex="1">
-           <mxGeometry height="40" width="730" y="80" as="geometry" />
+           <mxGeometry height="40" width="730" y="100" as="geometry" />
        </mxCell>
        <mxCell id="PYW4Q93ZiJ2KnNfdN5cH-73" parent="PYW4Q93ZiJ2KnNfdN5cH-72" style="shape=partialRectangle;html=1;whiteSpace=wrap;connectable=0;strokeColor=inherit;overflow=hidden;fillColor=none;top=0;left=0;bottom=0;right=0;pointerEvents=1;fontSize=14;align=left;" value="8" vertex="1">
          <mxGeometry height="40" width="32" as="geometry">
            <mxRectangle height="40" width="32" as="alternateBounds" />
          </mxGeometry>
        </mxCell>
        <mxCell id="PYW4Q93ZiJ2KnNfdN5cH-74" parent="PYW4Q93ZiJ2KnNfdN5cH-72" style="shape=partialRectangle;html=1;whiteSpace=wrap;connectable=0;strokeColor=inherit;overflow=hidden;fillColor=none;top=0;left=0;bottom=0;right=0;pointerEvents=1;fontSize=14;align=left;" value="bootrom 配置低速启动，颗粒也是低速，低速建链失败" vertex="1">
          <mxGeometry height="40" width="288" x="32" as="geometry">
            <mxRectangle height="40" width="288" as="alternateBounds" />
          </mxGeometry>
        </mxCell>
-         <mxCell id="PYW4Q93ZiJ2KnNfdN5cH-75" parent="PYW4Q93ZiJ2KnNfdN5cH-72" style="shape=partialRectangle;html=1;whiteSpace=wrap;connectable=0;strokeColor=inherit;overflow=hidden;fillColor=none;top=0;left=0;bottom=0;right=0;pointerEvents=1;fontSize=14;align=left;" value="bootrom低速建链切高速失败 --&amp;gt; bootrom 高速建链失败 ---&amp;gt; bootrom 低速建链失败 --&amp;gt; &lt;font style=&quot;color: rgb(255, 51, 51);&quot;&gt;USB 启动&lt;/font&gt;" vertex="1">
+         <mxCell id="PYW4Q93ZiJ2KnNfdN5cH-75" parent="PYW4Q93ZiJ2KnNfdN5cH-72" style="shape=partialRectangle;html=1;whiteSpace=wrap;connectable=0;strokeColor=inherit;overflow=hidden;fillColor=none;top=0;left=0;bottom=0;right=0;pointerEvents=1;fontSize=14;align=left;" value="bootrom低速建链切高速失败 --&amp;gt; bootrom 高速建链失败 ---&amp;gt; bootrom 低速建链失败 --&amp;gt; &lt;font style=&quot;color: rgb(255, 51, 51);&quot;&gt;USB 启动 （需要查硬件问题）&lt;/font&gt;" vertex="1">
          <mxGeometry height="40" width="410" x="320" as="geometry">
            <mxRectangle height="40" width="410" as="alternateBounds" />
          </mxGeometry>
        </mxCell>
        <mxCell id="PYW4Q93ZiJ2KnNfdN5cH-76" parent="PYW4Q93ZiJ2KnNfdN5cH-63" style="shape=tableRow;horizontal=0;startSize=0;swimlaneHead=0;swimlaneBody=0;strokeColor=inherit;top=0;left=0;bottom=0;right=0;collapsible=0;dropTarget=0;fillColor=none;points=[[0,0.5],[1,0.5]];portConstraint=eastwest;fontSize=14;align=left;" value="" vertex="1">
-           <mxGeometry height="40" width="730" y="120" as="geometry" />
+           <mxGeometry height="40" width="730" y="140" as="geometry" />
        </mxCell>
        <mxCell id="PYW4Q93ZiJ2KnNfdN5cH-77" parent="PYW4Q93ZiJ2KnNfdN5cH-76" style="shape=partialRectangle;html=1;whiteSpace=wrap;connectable=0;strokeColor=inherit;overflow=hidden;fillColor=none;top=0;left=0;bottom=0;right=0;pointerEvents=1;fontSize=14;align=left;" value="" vertex="1">
          <mxGeometry height="40" width="32" as="geometry">
            <mxRectangle height="40" width="32" as="alternateBounds" />
          </mxGeometry>
        </mxCell>
        <mxCell id="PYW4Q93ZiJ2KnNfdN5cH-78" parent="PYW4Q93ZiJ2KnNfdN5cH-76" style="shape=partialRectangle;html=1;whiteSpace=wrap;connectable=0;strokeColor=inherit;overflow=hidden;fillColor=none;top=0;left=0;bottom=0;right=0;pointerEvents=1;fontSize=14;align=left;" value="" vertex="1">
          <mxGeometry height="40" width="288" x="32" as="geometry">
            <mxRectangle height="40" width="288" as="alternateBounds" />
          </mxGeometry>
        </mxCell>
        <mxCell id="PYW4Q93ZiJ2KnNfdN5cH-79" parent="PYW4Q93ZiJ2KnNfdN5cH-76" style="shape=partialRectangle;html=1;whiteSpace=wrap;connectable=0;strokeColor=inherit;overflow=hidden;fillColor=none;top=0;left=0;bottom=0;right=0;pointerEvents=1;fontSize=14;align=left;" value="" vertex="1">
          <mxGeometry height="40" width="410" x="320" as="geometry">
            <mxRectangle height="40" width="410" as="alternateBounds" />
          </mxGeometry>
        </mxCell>
        <mxCell id="PYW4Q93ZiJ2KnNfdN5cH-80" parent="PYW4Q93ZiJ2KnNfdN5cH-63" style="shape=tableRow;horizontal=0;startSize=0;swimlaneHead=0;swimlaneBody=0;strokeColor=inherit;top=0;left=0;bottom=0;right=0;collapsible=0;dropTarget=0;fillColor=none;points=[[0,0.5],[1,0.5]];portConstraint=eastwest;fontSize=14;align=left;" value="" vertex="1">
-           <mxGeometry height="40" width="730" y="160" as="geometry" />
+           <mxGeometry height="40" width="730" y="180" as="geometry" />
        </mxCell>
        <mxCell id="PYW4Q93ZiJ2KnNfdN5cH-81" parent="PYW4Q93ZiJ2KnNfdN5cH-80" style="shape=partialRectangle;html=1;whiteSpace=wrap;connectable=0;strokeColor=inherit;overflow=hidden;fillColor=none;top=0;left=0;bottom=0;right=0;pointerEvents=1;fontSize=14;align=left;" value="" vertex="1">
          <mxGeometry height="40" width="32" as="geometry">
            <mxRectangle height="40" width="32" as="alternateBounds" />
          </mxGeometry>
        </mxCell>
        <mxCell id="PYW4Q93ZiJ2KnNfdN5cH-82" parent="PYW4Q93ZiJ2KnNfdN5cH-80" style="shape=partialRectangle;html=1;whiteSpace=wrap;connectable=0;strokeColor=inherit;overflow=hidden;fillColor=none;top=0;left=0;bottom=0;right=0;pointerEvents=1;fontSize=14;align=left;" value="" vertex="1">
          <mxGeometry height="40" width="288" x="32" as="geometry">
            <mxRectangle height="40" width="288" as="alternateBounds" />
          </mxGeometry>
        </mxCell>
        <mxCell id="PYW4Q93ZiJ2KnNfdN5cH-83" parent="PYW4Q93ZiJ2KnNfdN5cH-80" style="shape=partialRectangle;html=1;whiteSpace=wrap;connectable=0;strokeColor=inherit;overflow=hidden;fillColor=none;top=0;left=0;bottom=0;right=0;pointerEvents=1;fontSize=14;align=left;" value="" vertex="1">
          <mxGeometry height="40" width="410" x="320" as="geometry">
            <mxRectangle height="40" width="410" as="alternateBounds" />
          </mxGeometry>
        </mxCell>
        <mxCell id="PYW4Q93ZiJ2KnNfdN5cH-84" parent="PYW4Q93ZiJ2KnNfdN5cH-63" style="shape=tableRow;horizontal=0;startSize=0;swimlaneHead=0;swimlaneBody=0;strokeColor=inherit;top=0;left=0;bottom=0;right=0;collapsible=0;dropTarget=0;fillColor=none;points=[[0,0.5],[1,0.5]];portConstraint=eastwest;fontSize=14;align=left;" value="" vertex="1">
-           <mxGeometry height="40" width="730" y="200" as="geometry" />
+           <mxGeometry height="40" width="730" y="220" as="geometry" />
        </mxCell>
        <mxCell id="PYW4Q93ZiJ2KnNfdN5cH-85" parent="PYW4Q93ZiJ2KnNfdN5cH-84" style="shape=partialRectangle;html=1;whiteSpace=wrap;connectable=0;strokeColor=inherit;overflow=hidden;fillColor=none;top=0;left=0;bottom=0;right=0;pointerEvents=1;fontSize=14;align=left;" value="" vertex="1">
          <mxGeometry height="40" width="32" as="geometry">
            <mxRectangle height="40" width="32" as="alternateBounds" />
          </mxGeometry>
        </mxCell>
        <mxCell id="PYW4Q93ZiJ2KnNfdN5cH-86" parent="PYW4Q93ZiJ2KnNfdN5cH-84" style="shape=partialRectangle;html=1;whiteSpace=wrap;connectable=0;strokeColor=inherit;overflow=hidden;fillColor=none;top=0;left=0;bottom=0;right=0;pointerEvents=1;fontSize=14;align=left;" value="" vertex="1">
          <mxGeometry height="40" width="288" x="32" as="geometry">
            <mxRectangle height="40" width="288" as="alternateBounds" />
          </mxGeometry>
        </mxCell>
        <mxCell id="PYW4Q93ZiJ2KnNfdN5cH-87" parent="PYW4Q93ZiJ2KnNfdN5cH-84" style="shape=partialRectangle;html=1;whiteSpace=wrap;connectable=0;strokeColor=inherit;overflow=hidden;fillColor=none;top=0;left=0;bottom=0;right=0;pointerEvents=1;fontSize=14;align=left;" value="" vertex="1">
          <mxGeometry height="40" width="410" x="320" as="geometry">
            <mxRectangle height="40" width="410" as="alternateBounds" />
          </mxGeometry>
        </mxCell>
      </root>
    </mxGraphModel>
  </diagram>
</mxfile>
